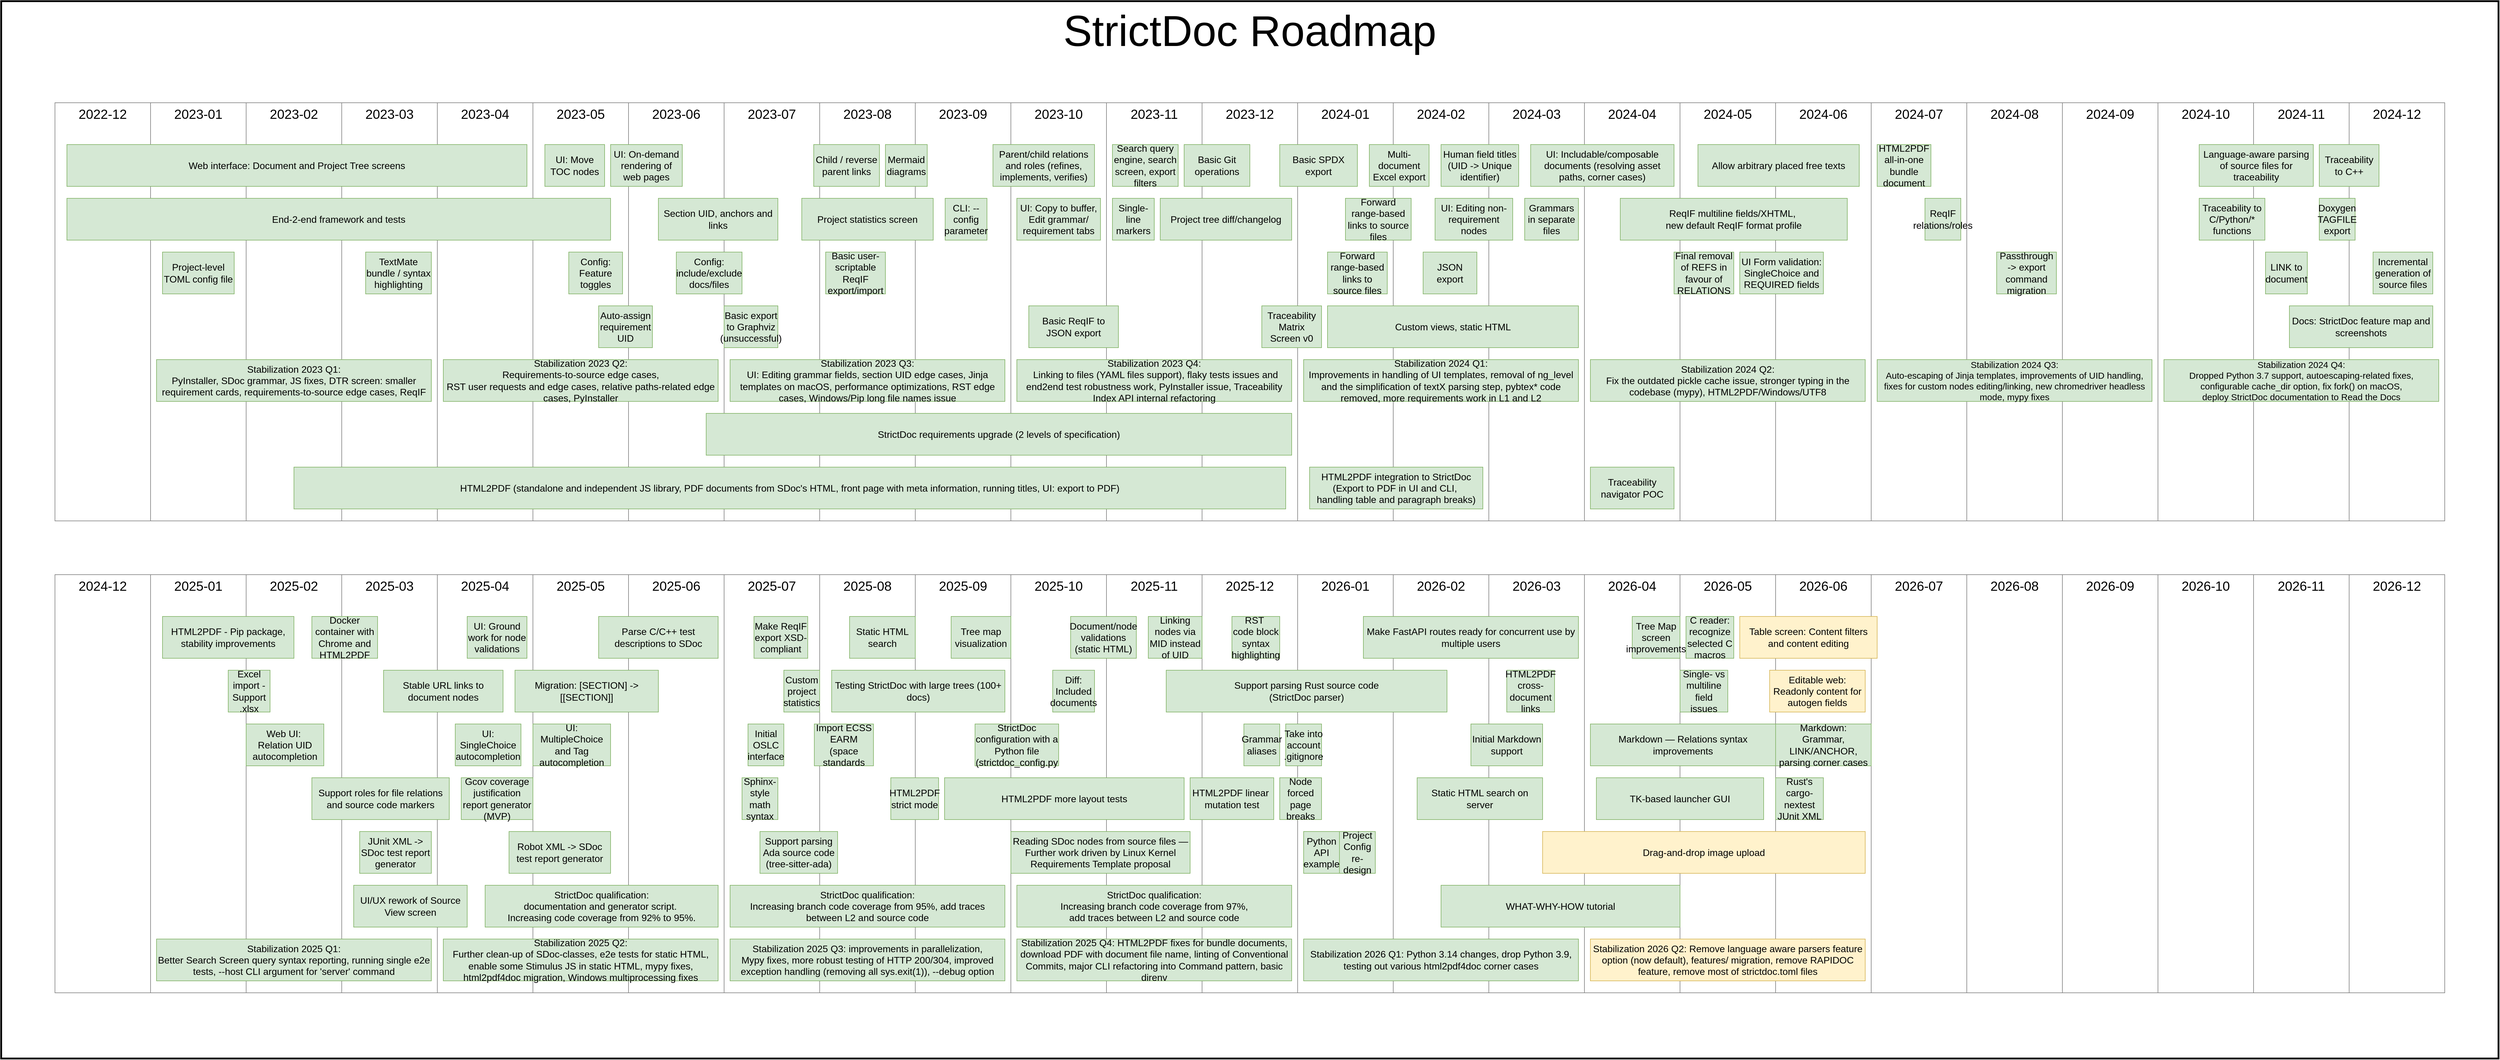
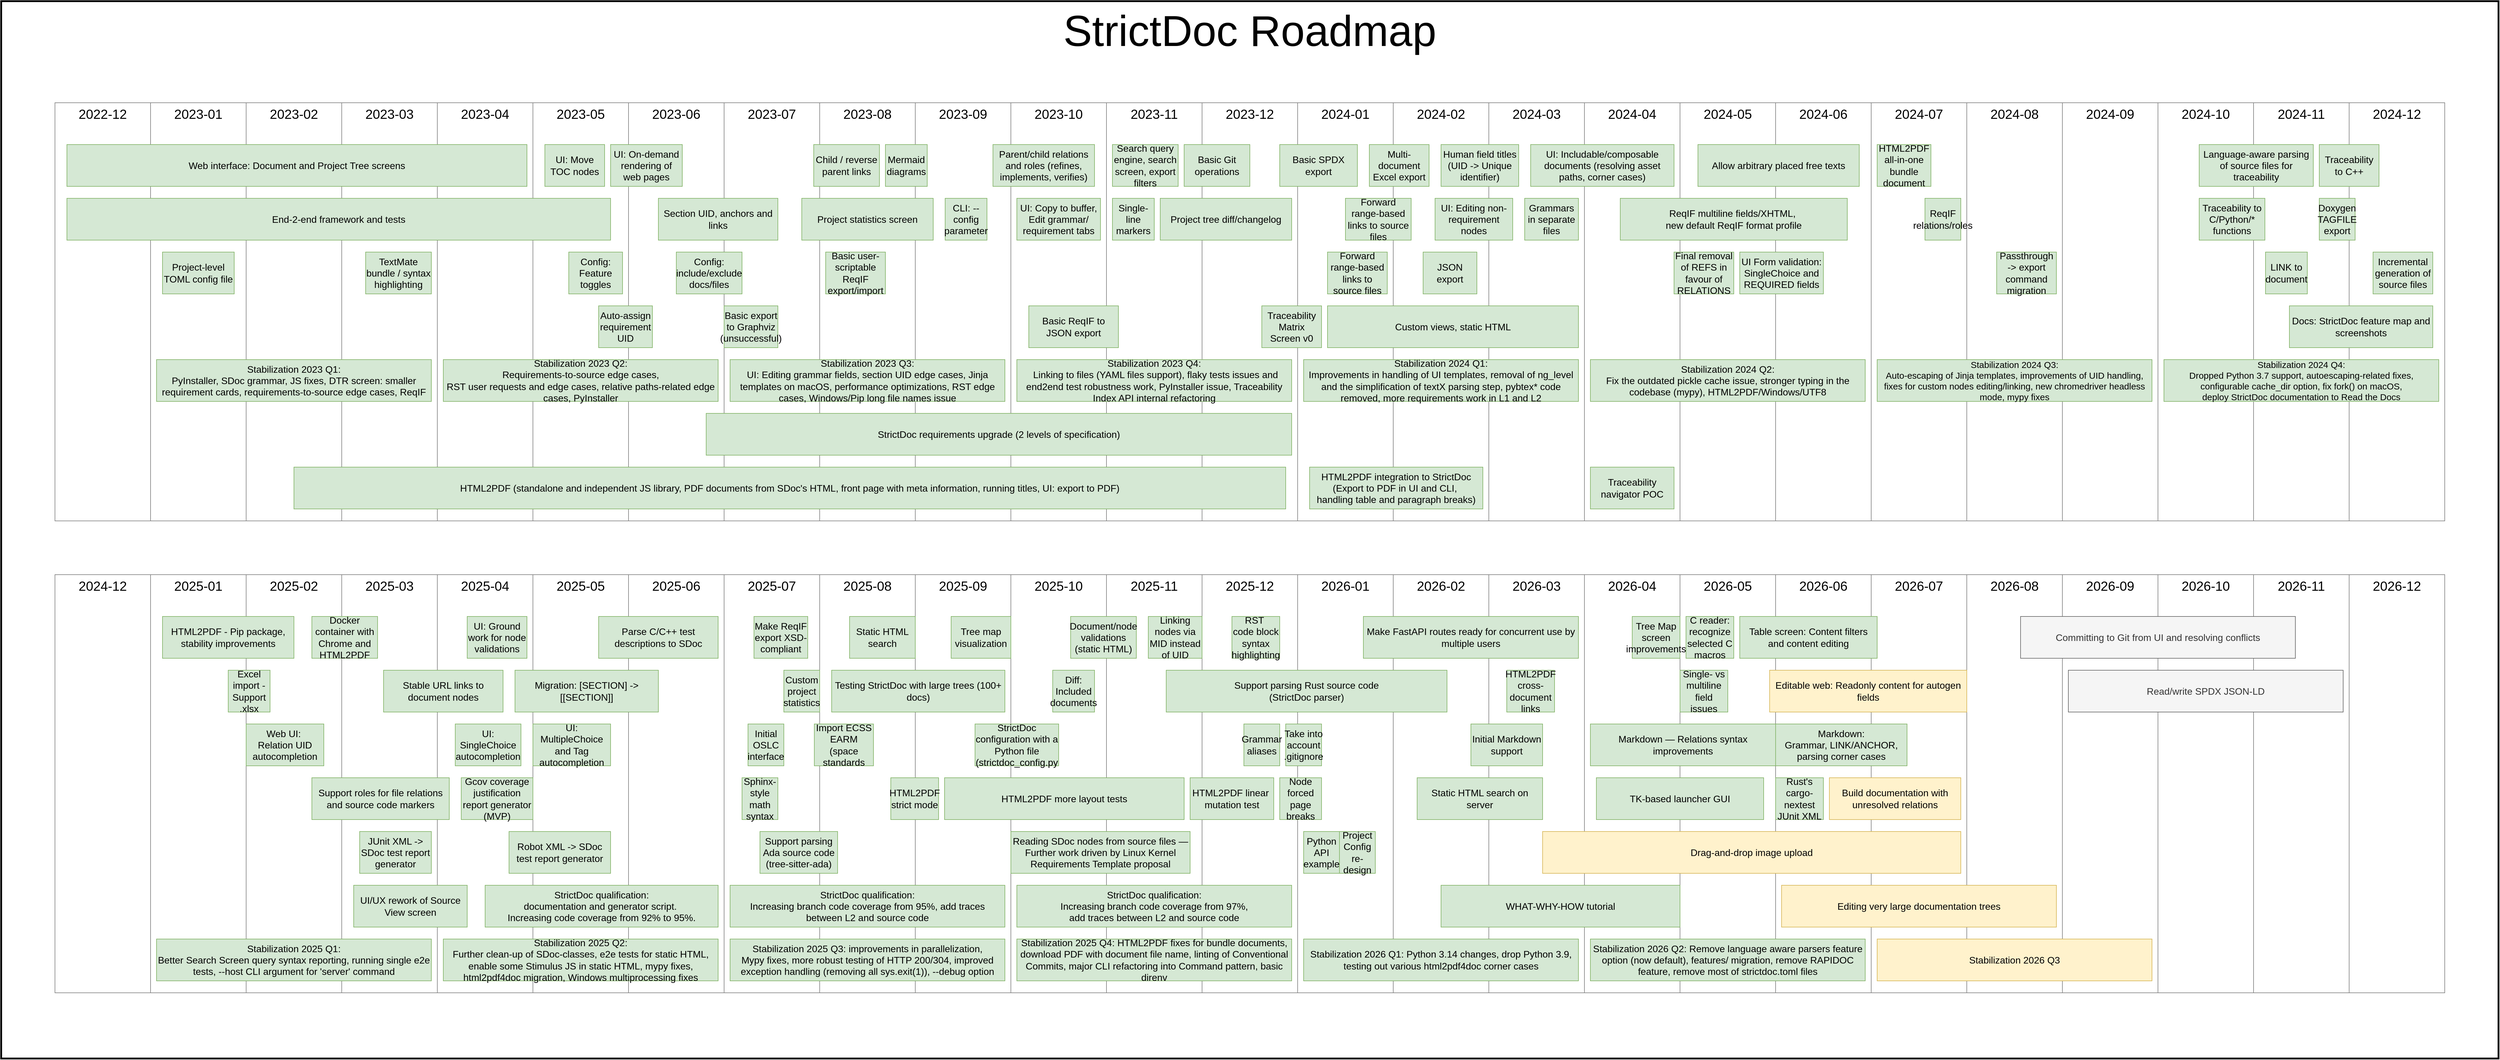
<mxfile host="Electron" agent="Mozilla/5.0 (X11; Linux x86_64) AppleWebKit/537.36 (KHTML, like Gecko) draw.io/28.2.5 Chrome/138.0.7204.251 Electron/37.6.1 Safari/537.36" version="28.2.5">
  <diagram name="Roadmap" id="QL4QDE5GQBR7DcBM7GMb">
    <mxGraphModel dx="4152" dy="4424" grid="1" gridSize="10" guides="1" tooltips="1" connect="1" arrows="1" fold="1" page="1" pageScale="1" pageWidth="2339" pageHeight="3300" math="0" shadow="0">
      <root>
        <mxCell id="0" />
        <object label="Background" id="e4xbaoC47YMUbLc9hft--7">
          <mxCell style="" parent="0" />
        </object>
        <mxCell id="e4xbaoC47YMUbLc9hft--8" value="StrictDoc Roadmap" style="rounded=0;whiteSpace=wrap;html=1;verticalAlign=top;fontSize=72;strokeWidth=3;" parent="e4xbaoC47YMUbLc9hft--7" vertex="1">
          <mxGeometry x="-1450" y="-130" width="4180" height="1770" as="geometry" />
        </mxCell>
        <object label="Months" id="1">
          <mxCell style="locked=1;" parent="0" />
        </object>
        <mxCell id="5Hoejhb2v4ojji3GJ6aL-1" value="2023-09" style="rounded=0;whiteSpace=wrap;fontSize=22;verticalAlign=top;strokeColor=#808080;html=1;labelBorderColor=none;labelBackgroundColor=none;" parent="1" vertex="1">
          <mxGeometry x="80" y="40" width="160" height="700" as="geometry" />
        </mxCell>
        <mxCell id="5Hoejhb2v4ojji3GJ6aL-2" value="2023-10" style="rounded=0;whiteSpace=wrap;fontSize=22;verticalAlign=top;strokeColor=#808080;html=1;labelBorderColor=none;labelBackgroundColor=none;" parent="1" vertex="1">
          <mxGeometry x="240" y="40" width="160" height="700" as="geometry" />
        </mxCell>
        <mxCell id="5Hoejhb2v4ojji3GJ6aL-3" value="2023-11" style="rounded=0;whiteSpace=wrap;fontSize=22;verticalAlign=top;strokeColor=#808080;html=1;labelBorderColor=none;labelBackgroundColor=none;" parent="1" vertex="1">
          <mxGeometry x="400" y="40" width="160" height="700" as="geometry" />
        </mxCell>
        <mxCell id="5Hoejhb2v4ojji3GJ6aL-4" value="2023-12" style="rounded=0;whiteSpace=wrap;fontSize=22;verticalAlign=top;strokeColor=#808080;html=1;labelBorderColor=none;labelBackgroundColor=none;" parent="1" vertex="1">
          <mxGeometry x="560" y="40" width="160" height="700" as="geometry" />
        </mxCell>
        <mxCell id="5Hoejhb2v4ojji3GJ6aL-6" value="2023-08" style="rounded=0;whiteSpace=wrap;fontSize=22;verticalAlign=top;strokeColor=#808080;html=1;labelBorderColor=none;labelBackgroundColor=none;" parent="1" vertex="1">
          <mxGeometry x="-80" y="40" width="160" height="700" as="geometry" />
        </mxCell>
        <mxCell id="5Hoejhb2v4ojji3GJ6aL-7" value="2023-07" style="rounded=0;whiteSpace=wrap;fontSize=22;verticalAlign=top;strokeColor=#808080;html=1;labelBorderColor=none;labelBackgroundColor=none;" parent="1" vertex="1">
          <mxGeometry x="-240" y="40" width="160" height="700" as="geometry" />
        </mxCell>
        <mxCell id="5Hoejhb2v4ojji3GJ6aL-8" value="2023-06" style="rounded=0;whiteSpace=wrap;fontSize=22;verticalAlign=top;strokeColor=#808080;html=1;labelBorderColor=none;labelBackgroundColor=none;" parent="1" vertex="1">
          <mxGeometry x="-400" y="40" width="160" height="700" as="geometry" />
        </mxCell>
        <mxCell id="5Hoejhb2v4ojji3GJ6aL-9" value="2023-05" style="rounded=0;whiteSpace=wrap;fontSize=22;verticalAlign=top;strokeColor=#808080;html=1;labelBorderColor=none;labelBackgroundColor=none;" parent="1" vertex="1">
          <mxGeometry x="-560" y="40" width="160" height="700" as="geometry" />
        </mxCell>
        <mxCell id="5Hoejhb2v4ojji3GJ6aL-10" value="2023-04" style="rounded=0;whiteSpace=wrap;fontSize=22;verticalAlign=top;strokeColor=#808080;html=1;labelBorderColor=none;labelBackgroundColor=none;" parent="1" vertex="1">
          <mxGeometry x="-720" y="40" width="160" height="700" as="geometry" />
        </mxCell>
        <mxCell id="5Hoejhb2v4ojji3GJ6aL-11" value="2023-03" style="rounded=0;whiteSpace=wrap;fontSize=22;verticalAlign=top;strokeColor=#808080;html=1;labelBorderColor=none;labelBackgroundColor=none;" parent="1" vertex="1">
          <mxGeometry x="-880" y="40" width="160" height="700" as="geometry" />
        </mxCell>
        <mxCell id="5Hoejhb2v4ojji3GJ6aL-12" value="2023-02" style="rounded=0;whiteSpace=wrap;fontSize=22;verticalAlign=top;strokeColor=#808080;html=1;labelBorderColor=none;labelBackgroundColor=none;" parent="1" vertex="1">
          <mxGeometry x="-1040" y="40" width="160" height="700" as="geometry" />
        </mxCell>
        <mxCell id="5Hoejhb2v4ojji3GJ6aL-13" value="2023-01" style="rounded=0;whiteSpace=wrap;fontSize=22;verticalAlign=top;strokeColor=#808080;html=1;labelBorderColor=none;labelBackgroundColor=none;" parent="1" vertex="1">
          <mxGeometry x="-1200" y="40" width="160" height="700" as="geometry" />
        </mxCell>
        <mxCell id="5Hoejhb2v4ojji3GJ6aL-25" value="2024-01" style="rounded=0;whiteSpace=wrap;fontSize=22;verticalAlign=top;strokeColor=#808080;html=1;labelBorderColor=none;labelBackgroundColor=none;" parent="1" vertex="1">
          <mxGeometry x="720" y="40" width="160" height="700" as="geometry" />
        </mxCell>
        <mxCell id="5Hoejhb2v4ojji3GJ6aL-26" value="2024-02" style="rounded=0;whiteSpace=wrap;fontSize=22;verticalAlign=top;strokeColor=#808080;html=1;labelBorderColor=none;labelBackgroundColor=none;" parent="1" vertex="1">
          <mxGeometry x="880" y="40" width="160" height="700" as="geometry" />
        </mxCell>
        <mxCell id="5Hoejhb2v4ojji3GJ6aL-27" value="2024-03" style="rounded=0;whiteSpace=wrap;fontSize=22;verticalAlign=top;strokeColor=#808080;html=1;labelBorderColor=none;labelBackgroundColor=none;" parent="1" vertex="1">
          <mxGeometry x="1040" y="40" width="160" height="700" as="geometry" />
        </mxCell>
        <mxCell id="5Hoejhb2v4ojji3GJ6aL-30" value="2024-04" style="rounded=0;whiteSpace=wrap;fontSize=22;verticalAlign=top;strokeColor=#808080;html=1;labelBorderColor=none;labelBackgroundColor=none;" parent="1" vertex="1">
          <mxGeometry x="1200" y="40" width="160" height="700" as="geometry" />
        </mxCell>
        <mxCell id="5Hoejhb2v4ojji3GJ6aL-31" value="2024-05" style="rounded=0;whiteSpace=wrap;fontSize=22;verticalAlign=top;strokeColor=#808080;html=1;labelBorderColor=none;labelBackgroundColor=none;" parent="1" vertex="1">
          <mxGeometry x="1360" y="40" width="160" height="700" as="geometry" />
        </mxCell>
        <mxCell id="5Hoejhb2v4ojji3GJ6aL-32" value="2024-06" style="rounded=0;whiteSpace=wrap;fontSize=22;verticalAlign=top;strokeColor=#808080;html=1;labelBorderColor=none;labelBackgroundColor=none;" parent="1" vertex="1">
          <mxGeometry x="1520" y="40" width="160" height="700" as="geometry" />
        </mxCell>
        <mxCell id="5Hoejhb2v4ojji3GJ6aL-33" value="2024-07" style="rounded=0;whiteSpace=wrap;fontSize=22;verticalAlign=top;strokeColor=#808080;html=1;labelBorderColor=none;labelBackgroundColor=none;" parent="1" vertex="1">
          <mxGeometry x="1680" y="40" width="160" height="700" as="geometry" />
        </mxCell>
        <mxCell id="5Hoejhb2v4ojji3GJ6aL-34" value="2024-08" style="rounded=0;whiteSpace=wrap;fontSize=22;verticalAlign=top;strokeColor=#808080;html=1;labelBorderColor=none;labelBackgroundColor=none;" parent="1" vertex="1">
          <mxGeometry x="1840" y="40" width="160" height="700" as="geometry" />
        </mxCell>
        <mxCell id="5Hoejhb2v4ojji3GJ6aL-35" value="2024-09" style="rounded=0;whiteSpace=wrap;fontSize=22;verticalAlign=top;strokeColor=#808080;html=1;labelBorderColor=none;labelBackgroundColor=none;" parent="1" vertex="1">
          <mxGeometry x="2000" y="40" width="160" height="700" as="geometry" />
        </mxCell>
        <mxCell id="5Hoejhb2v4ojji3GJ6aL-36" value="2024-10" style="rounded=0;whiteSpace=wrap;fontSize=22;verticalAlign=top;strokeColor=#808080;html=1;labelBorderColor=none;labelBackgroundColor=none;" parent="1" vertex="1">
          <mxGeometry x="2160" y="40" width="160" height="700" as="geometry" />
        </mxCell>
        <mxCell id="5Hoejhb2v4ojji3GJ6aL-37" value="2024-11" style="rounded=0;whiteSpace=wrap;fontSize=22;verticalAlign=top;strokeColor=#808080;html=1;labelBorderColor=none;labelBackgroundColor=none;" parent="1" vertex="1">
          <mxGeometry x="2320" y="40" width="160" height="700" as="geometry" />
        </mxCell>
        <mxCell id="5Hoejhb2v4ojji3GJ6aL-38" value="2024-12" style="rounded=0;whiteSpace=wrap;fontSize=22;verticalAlign=top;strokeColor=#808080;html=1;labelBorderColor=none;labelBackgroundColor=none;" parent="1" vertex="1">
          <mxGeometry x="2480" y="40" width="160" height="700" as="geometry" />
        </mxCell>
        <mxCell id="5Hoejhb2v4ojji3GJ6aL-47" value="2022-12" style="rounded=0;whiteSpace=wrap;fontSize=22;verticalAlign=top;strokeColor=#808080;html=1;labelBorderColor=none;labelBackgroundColor=none;" parent="1" vertex="1">
          <mxGeometry x="-1360" y="40" width="160" height="700" as="geometry" />
        </mxCell>
        <mxCell id="vFR2ddkQemEW3wiGzv8y-28" value="2025-09" style="rounded=0;whiteSpace=wrap;fontSize=22;verticalAlign=top;strokeColor=#808080;html=1;labelBorderColor=none;labelBackgroundColor=none;" parent="1" vertex="1">
          <mxGeometry x="80" y="830" width="160" height="700" as="geometry" />
        </mxCell>
        <mxCell id="vFR2ddkQemEW3wiGzv8y-29" value="2025-10" style="rounded=0;whiteSpace=wrap;fontSize=22;verticalAlign=top;strokeColor=#808080;html=1;labelBorderColor=none;labelBackgroundColor=none;" parent="1" vertex="1">
          <mxGeometry x="240" y="830" width="160" height="700" as="geometry" />
        </mxCell>
        <mxCell id="vFR2ddkQemEW3wiGzv8y-30" value="2025-11" style="rounded=0;whiteSpace=wrap;fontSize=22;verticalAlign=top;strokeColor=#808080;html=1;labelBorderColor=none;labelBackgroundColor=none;" parent="1" vertex="1">
          <mxGeometry x="400" y="830" width="160" height="700" as="geometry" />
        </mxCell>
        <mxCell id="vFR2ddkQemEW3wiGzv8y-31" value="2025-12" style="rounded=0;whiteSpace=wrap;fontSize=22;verticalAlign=top;strokeColor=#808080;html=1;labelBorderColor=none;labelBackgroundColor=none;" parent="1" vertex="1">
          <mxGeometry x="560" y="830" width="160" height="700" as="geometry" />
        </mxCell>
        <mxCell id="vFR2ddkQemEW3wiGzv8y-32" value="2025-08" style="rounded=0;whiteSpace=wrap;fontSize=22;verticalAlign=top;strokeColor=#808080;html=1;labelBorderColor=none;labelBackgroundColor=none;" parent="1" vertex="1">
          <mxGeometry x="-80" y="830" width="160" height="700" as="geometry" />
        </mxCell>
        <mxCell id="vFR2ddkQemEW3wiGzv8y-33" value="2025-07" style="rounded=0;whiteSpace=wrap;fontSize=22;verticalAlign=top;strokeColor=#808080;html=1;labelBorderColor=none;labelBackgroundColor=none;" parent="1" vertex="1">
          <mxGeometry x="-240" y="830" width="160" height="700" as="geometry" />
        </mxCell>
        <mxCell id="vFR2ddkQemEW3wiGzv8y-34" value="2025-06" style="rounded=0;whiteSpace=wrap;fontSize=22;verticalAlign=top;strokeColor=#808080;html=1;labelBorderColor=none;labelBackgroundColor=none;" parent="1" vertex="1">
          <mxGeometry x="-400" y="830" width="160" height="700" as="geometry" />
        </mxCell>
        <mxCell id="vFR2ddkQemEW3wiGzv8y-35" value="2025-05" style="rounded=0;whiteSpace=wrap;fontSize=22;verticalAlign=top;strokeColor=#808080;html=1;labelBorderColor=none;labelBackgroundColor=none;" parent="1" vertex="1">
          <mxGeometry x="-560" y="830" width="160" height="700" as="geometry" />
        </mxCell>
        <mxCell id="vFR2ddkQemEW3wiGzv8y-36" value="2025-04" style="rounded=0;whiteSpace=wrap;fontSize=22;verticalAlign=top;strokeColor=#808080;html=1;labelBorderColor=none;labelBackgroundColor=none;" parent="1" vertex="1">
          <mxGeometry x="-720" y="830" width="160" height="700" as="geometry" />
        </mxCell>
        <mxCell id="vFR2ddkQemEW3wiGzv8y-37" value="2025-03" style="rounded=0;whiteSpace=wrap;fontSize=22;verticalAlign=top;strokeColor=#808080;html=1;labelBorderColor=none;labelBackgroundColor=none;" parent="1" vertex="1">
          <mxGeometry x="-880" y="830" width="160" height="700" as="geometry" />
        </mxCell>
        <mxCell id="vFR2ddkQemEW3wiGzv8y-38" value="2025-02" style="rounded=0;whiteSpace=wrap;fontSize=22;verticalAlign=top;strokeColor=#808080;html=1;labelBorderColor=none;labelBackgroundColor=none;" parent="1" vertex="1">
          <mxGeometry x="-1040" y="830" width="160" height="700" as="geometry" />
        </mxCell>
        <mxCell id="vFR2ddkQemEW3wiGzv8y-39" value="2025-01" style="rounded=0;whiteSpace=wrap;fontSize=22;verticalAlign=top;strokeColor=#808080;html=1;labelBorderColor=none;labelBackgroundColor=none;" parent="1" vertex="1">
          <mxGeometry x="-1200" y="830" width="160" height="700" as="geometry" />
        </mxCell>
        <mxCell id="vFR2ddkQemEW3wiGzv8y-40" value="2026-01" style="rounded=0;whiteSpace=wrap;fontSize=22;verticalAlign=top;strokeColor=#808080;html=1;labelBorderColor=none;labelBackgroundColor=none;" parent="1" vertex="1">
          <mxGeometry x="720" y="830" width="160" height="700" as="geometry" />
        </mxCell>
        <mxCell id="vFR2ddkQemEW3wiGzv8y-41" value="2026-02" style="rounded=0;whiteSpace=wrap;fontSize=22;verticalAlign=top;strokeColor=#808080;html=1;labelBorderColor=none;labelBackgroundColor=none;" parent="1" vertex="1">
          <mxGeometry x="880" y="830" width="160" height="700" as="geometry" />
        </mxCell>
        <mxCell id="vFR2ddkQemEW3wiGzv8y-42" value="2026-03" style="rounded=0;whiteSpace=wrap;fontSize=22;verticalAlign=top;strokeColor=#808080;html=1;labelBorderColor=none;labelBackgroundColor=none;" parent="1" vertex="1">
          <mxGeometry x="1040" y="830" width="160" height="700" as="geometry" />
        </mxCell>
        <mxCell id="vFR2ddkQemEW3wiGzv8y-43" value="2026-04" style="rounded=0;whiteSpace=wrap;fontSize=22;verticalAlign=top;strokeColor=#808080;html=1;labelBorderColor=none;labelBackgroundColor=none;" parent="1" vertex="1">
          <mxGeometry x="1200" y="830" width="160" height="700" as="geometry" />
        </mxCell>
        <mxCell id="vFR2ddkQemEW3wiGzv8y-44" value="2026-05" style="rounded=0;whiteSpace=wrap;fontSize=22;verticalAlign=top;strokeColor=#808080;html=1;labelBorderColor=none;labelBackgroundColor=none;" parent="1" vertex="1">
          <mxGeometry x="1360" y="830" width="160" height="700" as="geometry" />
        </mxCell>
        <mxCell id="vFR2ddkQemEW3wiGzv8y-45" value="2026-06" style="rounded=0;whiteSpace=wrap;fontSize=22;verticalAlign=top;strokeColor=#808080;html=1;labelBorderColor=none;labelBackgroundColor=none;" parent="1" vertex="1">
          <mxGeometry x="1520" y="830" width="160" height="700" as="geometry" />
        </mxCell>
        <mxCell id="vFR2ddkQemEW3wiGzv8y-46" value="2026-07" style="rounded=0;whiteSpace=wrap;fontSize=22;verticalAlign=top;strokeColor=#808080;html=1;labelBorderColor=none;labelBackgroundColor=none;" parent="1" vertex="1">
          <mxGeometry x="1680" y="830" width="160" height="700" as="geometry" />
        </mxCell>
        <mxCell id="vFR2ddkQemEW3wiGzv8y-47" value="2026-08" style="rounded=0;whiteSpace=wrap;fontSize=22;verticalAlign=top;strokeColor=#808080;html=1;labelBorderColor=none;labelBackgroundColor=none;" parent="1" vertex="1">
          <mxGeometry x="1840" y="830" width="160" height="700" as="geometry" />
        </mxCell>
        <mxCell id="vFR2ddkQemEW3wiGzv8y-48" value="2026-09" style="rounded=0;whiteSpace=wrap;fontSize=22;verticalAlign=top;strokeColor=#808080;html=1;labelBorderColor=none;labelBackgroundColor=none;" parent="1" vertex="1">
          <mxGeometry x="2000" y="830" width="160" height="700" as="geometry" />
        </mxCell>
        <mxCell id="vFR2ddkQemEW3wiGzv8y-49" value="2026-10" style="rounded=0;whiteSpace=wrap;fontSize=22;verticalAlign=top;strokeColor=#808080;html=1;labelBorderColor=none;labelBackgroundColor=none;" parent="1" vertex="1">
          <mxGeometry x="2160" y="830" width="160" height="700" as="geometry" />
        </mxCell>
        <mxCell id="vFR2ddkQemEW3wiGzv8y-50" value="2026-11" style="rounded=0;whiteSpace=wrap;fontSize=22;verticalAlign=top;strokeColor=#808080;html=1;labelBorderColor=none;labelBackgroundColor=none;" parent="1" vertex="1">
          <mxGeometry x="2320" y="830" width="160" height="700" as="geometry" />
        </mxCell>
        <mxCell id="vFR2ddkQemEW3wiGzv8y-51" value="2026-12" style="rounded=0;whiteSpace=wrap;fontSize=22;verticalAlign=top;strokeColor=#808080;html=1;labelBorderColor=none;labelBackgroundColor=none;" parent="1" vertex="1">
          <mxGeometry x="2480" y="830" width="160" height="700" as="geometry" />
        </mxCell>
        <mxCell id="vFR2ddkQemEW3wiGzv8y-52" value="2024-12" style="rounded=0;whiteSpace=wrap;fontSize=22;verticalAlign=top;strokeColor=#808080;html=1;labelBorderColor=none;labelBackgroundColor=none;" parent="1" vertex="1">
          <mxGeometry x="-1360" y="830" width="160" height="700" as="geometry" />
        </mxCell>
        <object label="Clusters" id="5Hoejhb2v4ojji3GJ6aL-50">
          <mxCell style="locked=1;" parent="0" />
        </object>
        <object label="Figures" id="5Hoejhb2v4ojji3GJ6aL-5">
          <mxCell style="" parent="0" />
        </object>
        <mxCell id="5Hoejhb2v4ojji3GJ6aL-21" value="Child / reverse parent links" style="text;html=1;strokeColor=#82b366;fillColor=#d5e8d4;align=center;verticalAlign=middle;whiteSpace=wrap;rounded=0;fontStyle=0;fontSize=16;" parent="5Hoejhb2v4ojji3GJ6aL-5" vertex="1">
          <mxGeometry x="-90" y="110" width="110" height="70" as="geometry" />
        </mxCell>
        <mxCell id="5Hoejhb2v4ojji3GJ6aL-39" value="Section UID, anchors and links" style="text;html=1;strokeColor=#82b366;fillColor=#d5e8d4;align=center;verticalAlign=middle;whiteSpace=wrap;rounded=0;fontStyle=0;fontSize=16;" parent="5Hoejhb2v4ojji3GJ6aL-5" vertex="1">
          <mxGeometry x="-350" y="200" width="200" height="70" as="geometry" />
        </mxCell>
        <mxCell id="5Hoejhb2v4ojji3GJ6aL-40" value="Auto-assign requirement UID" style="text;html=1;strokeColor=#82b366;fillColor=#d5e8d4;align=center;verticalAlign=middle;whiteSpace=wrap;rounded=0;fontStyle=0;fontSize=16;" parent="5Hoejhb2v4ojji3GJ6aL-5" vertex="1">
          <mxGeometry x="-450" y="380" width="90" height="70" as="geometry" />
        </mxCell>
        <mxCell id="5Hoejhb2v4ojji3GJ6aL-42" value="TextMate bundle / syntax highlighting" style="text;html=1;strokeColor=#82b366;fillColor=#d5e8d4;align=center;verticalAlign=middle;whiteSpace=wrap;rounded=0;fontStyle=0;fontSize=16;" parent="5Hoejhb2v4ojji3GJ6aL-5" vertex="1">
          <mxGeometry x="-840" y="290" width="110" height="70" as="geometry" />
        </mxCell>
        <mxCell id="5Hoejhb2v4ojji3GJ6aL-14" value="Project statistics screen" style="text;html=1;strokeColor=#82b366;fillColor=#d5e8d4;align=center;verticalAlign=middle;whiteSpace=wrap;rounded=0;fontStyle=0;fontSize=16;" parent="5Hoejhb2v4ojji3GJ6aL-5" vertex="1">
          <mxGeometry x="-110" y="200" width="220" height="70" as="geometry" />
        </mxCell>
        <mxCell id="5Hoejhb2v4ojji3GJ6aL-15" value="HTML2PDF (standalone and independent JS library, PDF documents from SDoc&#39;s HTML, front page with meta information, running titles, UI: export to PDF)" style="text;html=1;strokeColor=#82b366;fillColor=#d5e8d4;align=center;verticalAlign=middle;whiteSpace=wrap;rounded=0;fontStyle=0;fontSize=16;" parent="5Hoejhb2v4ojji3GJ6aL-5" vertex="1">
          <mxGeometry x="-960" y="650" width="1660" height="70" as="geometry" />
        </mxCell>
        <mxCell id="5Hoejhb2v4ojji3GJ6aL-17" value="&lt;font color=&quot;#000000&quot;&gt;Traceability&lt;/font&gt;&lt;font color=&quot;#000000&quot;&gt; Matrix Screen v0&lt;br&gt;&lt;/font&gt;" style="text;html=1;strokeColor=#82b366;fillColor=#d5e8d4;align=center;verticalAlign=middle;whiteSpace=wrap;rounded=0;fontStyle=0;fontSize=16;" parent="5Hoejhb2v4ojji3GJ6aL-5" vertex="1">
          <mxGeometry x="660" y="380" width="100" height="70" as="geometry" />
        </mxCell>
        <mxCell id="5Hoejhb2v4ojji3GJ6aL-19" value="Basic user-scriptable ReqIF export/import" style="text;html=1;strokeColor=#82b366;fillColor=#d5e8d4;align=center;verticalAlign=middle;whiteSpace=wrap;rounded=0;fontStyle=0;fontSize=16;" parent="5Hoejhb2v4ojji3GJ6aL-5" vertex="1">
          <mxGeometry x="-70" y="290" width="100" height="70" as="geometry" />
        </mxCell>
        <mxCell id="5Hoejhb2v4ojji3GJ6aL-23" value="CLI: --config parameter" style="text;html=1;strokeColor=#82b366;fillColor=#d5e8d4;align=center;verticalAlign=middle;whiteSpace=wrap;rounded=0;fontStyle=0;fontSize=16;" parent="5Hoejhb2v4ojji3GJ6aL-5" vertex="1">
          <mxGeometry x="130" y="200" width="70" height="70" as="geometry" />
        </mxCell>
        <mxCell id="5Hoejhb2v4ojji3GJ6aL-43" value="StrictDoc requirements upgrade (2 levels of specification)" style="text;html=1;strokeColor=#82b366;fillColor=#d5e8d4;align=center;verticalAlign=middle;whiteSpace=wrap;rounded=0;fontStyle=0;fontSize=16;" parent="5Hoejhb2v4ojji3GJ6aL-5" vertex="1">
          <mxGeometry x="-270" y="560" width="980" height="70" as="geometry" />
        </mxCell>
        <mxCell id="5Hoejhb2v4ojji3GJ6aL-45" value="&lt;font color=&quot;#000000&quot;&gt;Basic SPDX export&lt;br&gt;&lt;/font&gt;" style="text;html=1;strokeColor=#82b366;fillColor=#d5e8d4;align=center;verticalAlign=middle;whiteSpace=wrap;rounded=0;fontStyle=0;fontSize=16;" parent="5Hoejhb2v4ojji3GJ6aL-5" vertex="1">
          <mxGeometry x="690" y="110" width="130" height="70" as="geometry" />
        </mxCell>
        <mxCell id="5Hoejhb2v4ojji3GJ6aL-48" value="Web interface: Document and Project Tree screens" style="text;html=1;strokeColor=#82b366;fillColor=#d5e8d4;align=center;verticalAlign=middle;whiteSpace=wrap;rounded=0;fontStyle=0;fontSize=16;" parent="5Hoejhb2v4ojji3GJ6aL-5" vertex="1">
          <mxGeometry x="-1340" y="110" width="770" height="70" as="geometry" />
        </mxCell>
        <mxCell id="5Hoejhb2v4ojji3GJ6aL-51" value="End-2-end framework and tests" style="text;html=1;strokeColor=#82b366;fillColor=#d5e8d4;align=center;verticalAlign=middle;whiteSpace=wrap;rounded=0;fontStyle=0;fontSize=16;" parent="5Hoejhb2v4ojji3GJ6aL-5" vertex="1">
          <mxGeometry x="-1340" y="200" width="910" height="70" as="geometry" />
        </mxCell>
        <mxCell id="5Hoejhb2v4ojji3GJ6aL-52" value="&lt;div&gt;UI: On-demand rendering of web pages&lt;/div&gt;" style="text;html=1;strokeColor=#82b366;fillColor=#d5e8d4;align=center;verticalAlign=middle;whiteSpace=wrap;rounded=0;fontStyle=0;fontSize=16;" parent="5Hoejhb2v4ojji3GJ6aL-5" vertex="1">
          <mxGeometry x="-430" y="110" width="120" height="70" as="geometry" />
        </mxCell>
        <mxCell id="5Hoejhb2v4ojji3GJ6aL-53" value="UI: Move TOC nodes" style="text;html=1;strokeColor=#82b366;fillColor=#d5e8d4;align=center;verticalAlign=middle;whiteSpace=wrap;rounded=0;fontStyle=0;fontSize=16;" parent="5Hoejhb2v4ojji3GJ6aL-5" vertex="1">
          <mxGeometry x="-540" y="110" width="100" height="70" as="geometry" />
        </mxCell>
        <mxCell id="5Hoejhb2v4ojji3GJ6aL-54" value="Project-level TOML config file" style="text;html=1;strokeColor=#82b366;fillColor=#d5e8d4;align=center;verticalAlign=middle;whiteSpace=wrap;rounded=0;fontStyle=0;fontSize=16;" parent="5Hoejhb2v4ojji3GJ6aL-5" vertex="1">
          <mxGeometry x="-1180" y="290" width="120" height="70" as="geometry" />
        </mxCell>
        <mxCell id="e4xbaoC47YMUbLc9hft--1" value="Config: Feature toggles" style="text;html=1;strokeColor=#82b366;fillColor=#d5e8d4;align=center;verticalAlign=middle;whiteSpace=wrap;rounded=0;fontStyle=0;fontSize=16;" parent="5Hoejhb2v4ojji3GJ6aL-5" vertex="1">
          <mxGeometry x="-500" y="290" width="90" height="70" as="geometry" />
        </mxCell>
        <mxCell id="e4xbaoC47YMUbLc9hft--2" value="&lt;div&gt;Stabilization 2023 Q1:&lt;br&gt;&lt;/div&gt;&lt;div&gt;PyInstaller, SDoc grammar, JS fixes, DTR screen: smaller requirement cards, requirements-to-source edge cases, ReqIF&lt;/div&gt;" style="text;html=1;strokeColor=#82b366;fillColor=#d5e8d4;align=center;verticalAlign=middle;whiteSpace=wrap;rounded=0;fontStyle=0;fontSize=16;" parent="5Hoejhb2v4ojji3GJ6aL-5" vertex="1">
          <mxGeometry x="-1190" y="470" width="460" height="70" as="geometry" />
        </mxCell>
        <mxCell id="e4xbaoC47YMUbLc9hft--3" value="&lt;div&gt;Stabilization 2023 Q2:&lt;br&gt;&lt;/div&gt;&lt;div&gt;Requirements-to-source edge cases, &lt;br&gt;&lt;/div&gt;RST user requests and edge cases, relative paths-related edge cases, PyInstaller" style="text;html=1;strokeColor=#82b366;fillColor=#d5e8d4;align=center;verticalAlign=middle;whiteSpace=wrap;rounded=0;fontStyle=0;fontSize=16;" parent="5Hoejhb2v4ojji3GJ6aL-5" vertex="1">
          <mxGeometry x="-710" y="470" width="460" height="70" as="geometry" />
        </mxCell>
        <mxCell id="e4xbaoC47YMUbLc9hft--4" value="Config: include/exclude docs/files" style="text;html=1;strokeColor=#82b366;fillColor=#d5e8d4;align=center;verticalAlign=middle;whiteSpace=wrap;rounded=0;fontStyle=0;fontSize=16;" parent="5Hoejhb2v4ojji3GJ6aL-5" vertex="1">
          <mxGeometry x="-320" y="290" width="110" height="70" as="geometry" />
        </mxCell>
        <mxCell id="e4xbaoC47YMUbLc9hft--5" value="&lt;div&gt;Stabilization 2023 Q3:&lt;br&gt;&lt;/div&gt;UI: Editing grammar fields, section UID edge cases, Jinja templates on macOS, performance optimizations, RST edge cases, Windows/Pip long file names issue" style="text;html=1;strokeColor=#82b366;fillColor=#d5e8d4;align=center;verticalAlign=middle;whiteSpace=wrap;rounded=0;fontStyle=0;fontSize=16;" parent="5Hoejhb2v4ojji3GJ6aL-5" vertex="1">
          <mxGeometry x="-230" y="470" width="460" height="70" as="geometry" />
        </mxCell>
        <mxCell id="e4xbaoC47YMUbLc9hft--9" value="&lt;div&gt;Mermaid&lt;/div&gt;&lt;div&gt;diagrams&lt;/div&gt;" style="text;html=1;strokeColor=#82b366;fillColor=#d5e8d4;align=center;verticalAlign=middle;whiteSpace=wrap;rounded=0;fontStyle=0;fontSize=16;" parent="5Hoejhb2v4ojji3GJ6aL-5" vertex="1">
          <mxGeometry x="30" y="110" width="70" height="70" as="geometry" />
        </mxCell>
        <mxCell id="e4xbaoC47YMUbLc9hft--18" value="&lt;div&gt;Stabilization 2023 Q4:&lt;/div&gt;&lt;div&gt;&amp;nbsp;Linking to files (YAML files support), flaky tests issues and end2end test robustness work, PyInstaller issue, Traceability Index API internal refactoring&lt;br&gt;&lt;/div&gt;" style="text;html=1;strokeColor=#82b366;fillColor=#d5e8d4;align=center;verticalAlign=middle;whiteSpace=wrap;rounded=0;fontStyle=0;fontSize=16;" parent="5Hoejhb2v4ojji3GJ6aL-5" vertex="1">
          <mxGeometry x="250" y="470" width="460" height="70" as="geometry" />
        </mxCell>
        <mxCell id="ZHUxJVqyrOpv6eid2pWU-1" value="Parent/child relations and roles (refines, implements, verifies)" style="text;html=1;strokeColor=#82b366;fillColor=#d5e8d4;align=center;verticalAlign=middle;whiteSpace=wrap;rounded=0;fontStyle=0;fontSize=16;" parent="5Hoejhb2v4ojji3GJ6aL-5" vertex="1">
          <mxGeometry x="210" y="110" width="170" height="70" as="geometry" />
        </mxCell>
        <mxCell id="ZHUxJVqyrOpv6eid2pWU-2" value="Basic ReqIF to JSON export" style="text;html=1;strokeColor=#82b366;fillColor=#d5e8d4;align=center;verticalAlign=middle;whiteSpace=wrap;rounded=0;fontStyle=0;fontSize=16;" parent="5Hoejhb2v4ojji3GJ6aL-5" vertex="1">
          <mxGeometry x="270" y="380" width="150" height="70" as="geometry" />
        </mxCell>
        <mxCell id="k8s1h_Z_zSzXEBWhGtG7-1" value="&lt;div&gt;UI: Copy to buffer, Edit grammar/&lt;/div&gt;&lt;div&gt;requirement tabs&lt;br&gt;&lt;/div&gt;" style="text;html=1;strokeColor=#82b366;fillColor=#d5e8d4;align=center;verticalAlign=middle;whiteSpace=wrap;rounded=0;fontStyle=0;fontSize=16;" parent="5Hoejhb2v4ojji3GJ6aL-5" vertex="1">
          <mxGeometry x="250" y="200" width="140" height="70" as="geometry" />
        </mxCell>
        <mxCell id="5td-1cRUoRHkrHs212uj-1" value="Search query engine, search screen, export filters" style="text;html=1;strokeColor=#82b366;fillColor=#d5e8d4;align=center;verticalAlign=middle;whiteSpace=wrap;rounded=0;fontStyle=0;fontSize=16;" parent="5Hoejhb2v4ojji3GJ6aL-5" vertex="1">
          <mxGeometry x="410" y="110" width="110" height="70" as="geometry" />
        </mxCell>
        <mxCell id="5td-1cRUoRHkrHs212uj-2" value="Single-line markers" style="text;html=1;strokeColor=#82b366;fillColor=#d5e8d4;align=center;verticalAlign=middle;whiteSpace=wrap;rounded=0;fontStyle=0;fontSize=16;" parent="5Hoejhb2v4ojji3GJ6aL-5" vertex="1">
          <mxGeometry x="410" y="200" width="70" height="70" as="geometry" />
        </mxCell>
        <mxCell id="bzxhuAx1fFq9lgteCzhm-1" value="&lt;font color=&quot;#000000&quot;&gt;Project tree diff/changelog&lt;/font&gt;" style="text;html=1;strokeColor=#82b366;fillColor=#d5e8d4;align=center;verticalAlign=middle;whiteSpace=wrap;rounded=0;fontStyle=0;fontSize=16;" parent="5Hoejhb2v4ojji3GJ6aL-5" vertex="1">
          <mxGeometry x="490" y="200" width="220" height="70" as="geometry" />
        </mxCell>
        <mxCell id="xoYxP1hTg36p0s3yFHkj-1" value="Docs: StrictDoc feature map and screenshots" style="text;html=1;strokeColor=#82b366;fillColor=#d5e8d4;align=center;verticalAlign=middle;whiteSpace=wrap;rounded=0;fontStyle=0;fontSize=16;" parent="5Hoejhb2v4ojji3GJ6aL-5" vertex="1">
          <mxGeometry x="2380" y="380" width="240" height="70" as="geometry" />
        </mxCell>
        <mxCell id="xoYxP1hTg36p0s3yFHkj-2" value="&lt;font color=&quot;#000000&quot;&gt;Traceability navigator POC&lt;br&gt;&lt;/font&gt;" style="text;html=1;align=center;verticalAlign=middle;whiteSpace=wrap;rounded=0;fontStyle=0;fontSize=16;fillColor=#d5e8d4;strokeColor=#82b366;" parent="5Hoejhb2v4ojji3GJ6aL-5" vertex="1">
          <mxGeometry x="1210" y="650" width="140" height="70" as="geometry" />
        </mxCell>
        <mxCell id="xoYxP1hTg36p0s3yFHkj-6" value="&lt;font color=&quot;#000000&quot;&gt;UI: Editing non-requirement nodes&lt;/font&gt;" style="text;html=1;strokeColor=#82b366;fillColor=#d5e8d4;align=center;verticalAlign=middle;whiteSpace=wrap;rounded=0;fontStyle=0;fontSize=16;" parent="5Hoejhb2v4ojji3GJ6aL-5" vertex="1">
          <mxGeometry x="950" y="200" width="130" height="70" as="geometry" />
        </mxCell>
        <mxCell id="xoYxP1hTg36p0s3yFHkj-7" value="Basic Git operations" style="text;html=1;strokeColor=#82b366;fillColor=#d5e8d4;align=center;verticalAlign=middle;whiteSpace=wrap;rounded=0;fontStyle=0;fontSize=16;" parent="5Hoejhb2v4ojji3GJ6aL-5" vertex="1">
          <mxGeometry x="530" y="110" width="110" height="70" as="geometry" />
        </mxCell>
        <mxCell id="fWdrbh18M2HJ4tMojr6s-1" value="&lt;font color=&quot;#000000&quot;&gt;Allow arbitrary placed free texts&lt;/font&gt;" style="text;html=1;strokeColor=#82b366;fillColor=#d5e8d4;align=center;verticalAlign=middle;whiteSpace=wrap;rounded=0;fontStyle=0;fontSize=16;" parent="5Hoejhb2v4ojji3GJ6aL-5" vertex="1">
          <mxGeometry x="1390" y="110" width="270" height="70" as="geometry" />
        </mxCell>
        <mxCell id="fWdrbh18M2HJ4tMojr6s-2" value="Basic export to Graphviz (unsuccessful)" style="text;html=1;strokeColor=#82b366;fillColor=#d5e8d4;align=center;verticalAlign=middle;whiteSpace=wrap;rounded=0;fontStyle=0;fontSize=16;" parent="5Hoejhb2v4ojji3GJ6aL-5" vertex="1">
          <mxGeometry x="-240" y="380" width="90" height="70" as="geometry" />
        </mxCell>
        <mxCell id="YCubefTHywfSa6VliQcR-1" value="Forward range-based links to source files" style="text;html=1;strokeColor=#82b366;fillColor=#d5e8d4;align=center;verticalAlign=middle;whiteSpace=wrap;rounded=0;fontStyle=0;fontSize=16;" parent="5Hoejhb2v4ojji3GJ6aL-5" vertex="1">
          <mxGeometry x="770" y="290" width="100" height="70" as="geometry" />
        </mxCell>
        <mxCell id="YCubefTHywfSa6VliQcR-2" value="&lt;font color=&quot;#000000&quot;&gt;Custom views&lt;/font&gt;, static HTML" style="text;html=1;strokeColor=#82b366;fillColor=#d5e8d4;align=center;verticalAlign=middle;whiteSpace=wrap;rounded=0;fontStyle=0;fontSize=16;" parent="5Hoejhb2v4ojji3GJ6aL-5" vertex="1">
          <mxGeometry x="770" y="380" width="420" height="70" as="geometry" />
        </mxCell>
        <mxCell id="YCubefTHywfSa6VliQcR-3" value="&lt;div&gt;HTML2PDF integration to StrictDoc (Export to PDF in UI and CLI,&amp;nbsp;&lt;/div&gt;&lt;div&gt;handling table and paragraph breaks)&lt;/div&gt;" style="text;html=1;strokeColor=#82b366;fillColor=#d5e8d4;align=center;verticalAlign=middle;whiteSpace=wrap;rounded=0;fontStyle=0;fontSize=16;" parent="5Hoejhb2v4ojji3GJ6aL-5" vertex="1">
          <mxGeometry x="740" y="650" width="290" height="70" as="geometry" />
        </mxCell>
        <mxCell id="q5IPKXtHMBc3mqMKsgA0-1" value="&lt;font color=&quot;#000000&quot;&gt;Grammars in separate files&lt;br&gt;&lt;/font&gt;" style="text;html=1;strokeColor=#82b366;fillColor=#d5e8d4;align=center;verticalAlign=middle;whiteSpace=wrap;rounded=0;fontStyle=0;fontSize=16;" parent="5Hoejhb2v4ojji3GJ6aL-5" vertex="1">
          <mxGeometry x="1100" y="200" width="90" height="70" as="geometry" />
        </mxCell>
        <mxCell id="q5IPKXtHMBc3mqMKsgA0-2" value="&lt;div&gt;Human field titles&lt;/div&gt;&lt;div&gt;(UID -&amp;gt; Unique identifier)&lt;br&gt;&lt;/div&gt;" style="text;html=1;strokeColor=#82b366;fillColor=#d5e8d4;align=center;verticalAlign=middle;whiteSpace=wrap;rounded=0;fontStyle=0;fontSize=16;" parent="5Hoejhb2v4ojji3GJ6aL-5" vertex="1">
          <mxGeometry x="960" y="110" width="130" height="70" as="geometry" />
        </mxCell>
        <mxCell id="q5IPKXtHMBc3mqMKsgA0-3" value="JSON export" style="text;html=1;strokeColor=#82b366;fillColor=#d5e8d4;align=center;verticalAlign=middle;whiteSpace=wrap;rounded=0;fontStyle=0;fontSize=16;" parent="5Hoejhb2v4ojji3GJ6aL-5" vertex="1">
          <mxGeometry x="930" y="290" width="90" height="70" as="geometry" />
        </mxCell>
        <mxCell id="q5IPKXtHMBc3mqMKsgA0-4" value="Forward range-based links to source files" style="text;html=1;strokeColor=#82b366;fillColor=#d5e8d4;align=center;verticalAlign=middle;whiteSpace=wrap;rounded=0;fontStyle=0;fontSize=16;" parent="5Hoejhb2v4ojji3GJ6aL-5" vertex="1">
          <mxGeometry x="800" y="200" width="110" height="70" as="geometry" />
        </mxCell>
        <mxCell id="q5IPKXtHMBc3mqMKsgA0-5" value="&lt;div&gt;Stabilization 2024 Q1:&lt;/div&gt;&lt;div&gt;Improvements in handling of UI templates, removal of ng_level and the simplification of textX parsing step, pybtex* code removed, more requirements work in L1 and L2 &lt;/div&gt;" style="text;html=1;strokeColor=#82b366;fillColor=#d5e8d4;align=center;verticalAlign=middle;whiteSpace=wrap;rounded=0;fontStyle=0;fontSize=16;" parent="5Hoejhb2v4ojji3GJ6aL-5" vertex="1">
          <mxGeometry x="730" y="470" width="460" height="70" as="geometry" />
        </mxCell>
        <mxCell id="q5IPKXtHMBc3mqMKsgA0-6" value="Multi-document Excel export" style="text;html=1;strokeColor=#82b366;fillColor=#d5e8d4;align=center;verticalAlign=middle;whiteSpace=wrap;rounded=0;fontStyle=0;fontSize=16;" parent="5Hoejhb2v4ojji3GJ6aL-5" vertex="1">
          <mxGeometry x="840" y="110" width="100" height="70" as="geometry" />
        </mxCell>
        <mxCell id="q5IPKXtHMBc3mqMKsgA0-7" value="&lt;font color=&quot;#000000&quot;&gt;UI: Includable/composable documents&lt;/font&gt;&lt;font color=&quot;#000000&quot;&gt; (resolving asset paths, corner cases)&lt;br&gt;&lt;/font&gt;" style="text;html=1;strokeColor=#82b366;fillColor=#d5e8d4;align=center;verticalAlign=middle;whiteSpace=wrap;rounded=0;fontStyle=0;fontSize=16;" parent="5Hoejhb2v4ojji3GJ6aL-5" vertex="1">
          <mxGeometry x="1110" y="110" width="240" height="70" as="geometry" />
        </mxCell>
        <mxCell id="9dWRTfwKY_ZTF-qxbLCA-1" value="&lt;div&gt;Stabilization 2024 Q2:&lt;/div&gt;&lt;div&gt;Fix the outdated pickle cache issue, stronger typing in the codebase (mypy), HTML2PDF/Windows/UTF8&lt;/div&gt;" style="text;html=1;strokeColor=#82b366;fillColor=#d5e8d4;align=center;verticalAlign=middle;whiteSpace=wrap;rounded=0;fontStyle=0;fontSize=16;" parent="5Hoejhb2v4ojji3GJ6aL-5" vertex="1">
          <mxGeometry x="1210" y="470" width="460" height="70" as="geometry" />
        </mxCell>
        <mxCell id="5oKDhfBHpDyuIblvIitN-1" value="&lt;div&gt;ReqIF multiline fields/XHTML,&amp;nbsp;&lt;/div&gt;&lt;div&gt;new default ReqIF format profile&lt;br&gt;&lt;/div&gt;" style="text;html=1;strokeColor=#82b366;fillColor=#d5e8d4;align=center;verticalAlign=middle;whiteSpace=wrap;rounded=0;fontStyle=0;fontSize=16;" parent="5Hoejhb2v4ojji3GJ6aL-5" vertex="1">
          <mxGeometry x="1260" y="200" width="380" height="70" as="geometry" />
        </mxCell>
        <mxCell id="BHpWnK0uKLfCvxolmVS--2" value="Final removal of REFS in favour of RELATIONS" style="text;html=1;strokeColor=#82b366;fillColor=#d5e8d4;align=center;verticalAlign=middle;whiteSpace=wrap;rounded=0;fontStyle=0;fontSize=16;" parent="5Hoejhb2v4ojji3GJ6aL-5" vertex="1">
          <mxGeometry x="1350" y="290" width="100" height="70" as="geometry" />
        </mxCell>
        <mxCell id="BHpWnK0uKLfCvxolmVS--3" value="UI Form validation: SingleChoice and REQUIRED fields" style="text;html=1;strokeColor=#82b366;fillColor=#d5e8d4;align=center;verticalAlign=middle;whiteSpace=wrap;rounded=0;fontStyle=0;fontSize=16;" parent="5Hoejhb2v4ojji3GJ6aL-5" vertex="1">
          <mxGeometry x="1460" y="290" width="140" height="70" as="geometry" />
        </mxCell>
        <mxCell id="M5iQXvj3tZWS6f2_-kH6-1" value="&lt;font color=&quot;#000000&quot;&gt;HTML2PDF &lt;br&gt;all-in-one bundle &lt;br&gt;document&lt;/font&gt;&lt;br&gt;" style="text;html=1;strokeColor=#82b366;fillColor=#d5e8d4;align=center;verticalAlign=middle;whiteSpace=wrap;rounded=0;fontStyle=0;fontSize=16;" parent="5Hoejhb2v4ojji3GJ6aL-5" vertex="1">
          <mxGeometry x="1690" y="110" width="90" height="70" as="geometry" />
        </mxCell>
        <mxCell id="M5iQXvj3tZWS6f2_-kH6-2" value="&lt;div style=&quot;font-size: 15px;&quot;&gt;Stabilization 2024 Q3:&lt;/div&gt;&lt;div style=&quot;font-size: 15px;&quot;&gt;Auto-escaping of Jinja templates, improvements of UID handling, fixes for custom nodes editing/linking, new chromedriver headless mode, mypy fixes&lt;/div&gt;" style="text;html=1;strokeColor=#82b366;fillColor=#d5e8d4;align=center;verticalAlign=middle;whiteSpace=wrap;rounded=0;fontStyle=0;fontSize=15;" parent="5Hoejhb2v4ojji3GJ6aL-5" vertex="1">
          <mxGeometry x="1690" y="470" width="460" height="70" as="geometry" />
        </mxCell>
        <mxCell id="M5iQXvj3tZWS6f2_-kH6-5" value="&lt;div&gt;&lt;font color=&quot;#000000&quot;&gt;ReqIF&lt;/font&gt;&lt;/div&gt;&lt;div&gt;&lt;font color=&quot;#000000&quot;&gt;relations/roles&lt;/font&gt;&lt;br&gt;&lt;/div&gt;" style="text;html=1;strokeColor=#82b366;fillColor=#d5e8d4;align=center;verticalAlign=middle;whiteSpace=wrap;rounded=0;fontStyle=0;fontSize=16;" parent="5Hoejhb2v4ojji3GJ6aL-5" vertex="1">
          <mxGeometry x="1770" y="200" width="60" height="70" as="geometry" />
        </mxCell>
        <mxCell id="M5iQXvj3tZWS6f2_-kH6-6" value="&lt;font color=&quot;#000000&quot;&gt;Passthrough -&amp;gt; export command migration&lt;/font&gt;" style="text;html=1;strokeColor=#82b366;fillColor=#d5e8d4;align=center;verticalAlign=middle;whiteSpace=wrap;rounded=0;fontStyle=0;fontSize=16;" parent="5Hoejhb2v4ojji3GJ6aL-5" vertex="1">
          <mxGeometry x="1890" y="290" width="100" height="70" as="geometry" />
        </mxCell>
        <mxCell id="DVGK4SHqakHRgEz5WcLX-1" value="&lt;div style=&quot;font-size: 15px;&quot;&gt;Stabilization 2024 Q4:&lt;/div&gt;&lt;div style=&quot;font-size: 15px;&quot;&gt;Dropped Python 3.7 support, autoescaping-related fixes, configurable cache_dir option, fix fork() on macOS,&lt;br&gt;&lt;/div&gt;&lt;div style=&quot;font-size: 15px;&quot;&gt;deploy StrictDoc documentation to Read the Docs&lt;br&gt;&lt;/div&gt;" style="text;html=1;strokeColor=#82b366;fillColor=#d5e8d4;align=center;verticalAlign=middle;whiteSpace=wrap;rounded=0;fontStyle=0;fontSize=15;" parent="5Hoejhb2v4ojji3GJ6aL-5" vertex="1">
          <mxGeometry x="2170" y="470" width="460" height="70" as="geometry" />
        </mxCell>
        <mxCell id="DVGK4SHqakHRgEz5WcLX-2" value="Traceability to C/Python/* functions" style="text;html=1;align=center;verticalAlign=middle;whiteSpace=wrap;rounded=0;fontStyle=0;fontSize=16;fillColor=#d5e8d4;strokeColor=#82b366;" parent="5Hoejhb2v4ojji3GJ6aL-5" vertex="1">
          <mxGeometry x="2229" y="200" width="110" height="70" as="geometry" />
        </mxCell>
        <mxCell id="Q921SkYYr6UFh-46NOXI-1" value="Language-aware parsing of source files for traceability" style="text;html=1;align=center;verticalAlign=middle;whiteSpace=wrap;rounded=0;fontStyle=0;fontSize=16;fillColor=#d5e8d4;strokeColor=#82b366;" parent="5Hoejhb2v4ojji3GJ6aL-5" vertex="1">
          <mxGeometry x="2229" y="110" width="191" height="70" as="geometry" />
        </mxCell>
        <mxCell id="eXEqTkGTZLtlY54Fnls3-1" value="LINK to document" style="text;html=1;align=center;verticalAlign=middle;whiteSpace=wrap;rounded=0;fontStyle=0;fontSize=16;fillColor=#d5e8d4;strokeColor=#82b366;" parent="5Hoejhb2v4ojji3GJ6aL-5" vertex="1">
          <mxGeometry x="2340" y="290" width="70" height="70" as="geometry" />
        </mxCell>
        <mxCell id="eXEqTkGTZLtlY54Fnls3-2" value="Traceability to C++" style="text;html=1;align=center;verticalAlign=middle;whiteSpace=wrap;rounded=0;fontStyle=0;fontSize=16;fillColor=#d5e8d4;strokeColor=#82b366;" parent="5Hoejhb2v4ojji3GJ6aL-5" vertex="1">
          <mxGeometry x="2430" y="110" width="100" height="70" as="geometry" />
        </mxCell>
        <mxCell id="8H-WTupFZFOCgWsWCiur-1" value="&lt;div&gt;Doxygen TAGFILE&lt;/div&gt;&lt;div&gt;export&lt;br&gt;&lt;/div&gt;" style="text;html=1;align=center;verticalAlign=middle;whiteSpace=wrap;rounded=0;fontStyle=0;fontSize=16;fillColor=#d5e8d4;strokeColor=#82b366;" parent="5Hoejhb2v4ojji3GJ6aL-5" vertex="1">
          <mxGeometry x="2430" y="200" width="60" height="70" as="geometry" />
        </mxCell>
        <mxCell id="NXW3nEukRnEIemB_1rk6-1" value="Incremental generation of source files" style="text;html=1;align=center;verticalAlign=middle;whiteSpace=wrap;rounded=0;fontStyle=0;fontSize=16;fillColor=#d5e8d4;strokeColor=#82b366;" parent="5Hoejhb2v4ojji3GJ6aL-5" vertex="1">
          <mxGeometry x="2520" y="290" width="100" height="70" as="geometry" />
        </mxCell>
        <mxCell id="vFR2ddkQemEW3wiGzv8y-53" value="HTML2PDF - Pip package, stability improvements" style="text;html=1;strokeColor=#82b366;fillColor=#d5e8d4;align=center;verticalAlign=middle;whiteSpace=wrap;rounded=0;fontStyle=0;fontSize=16;" parent="5Hoejhb2v4ojji3GJ6aL-5" vertex="1">
          <mxGeometry x="-1180" y="900" width="220" height="70" as="geometry" />
        </mxCell>
        <mxCell id="vFR2ddkQemEW3wiGzv8y-54" value="Excel import - Support .xlsx" style="text;html=1;strokeColor=#82b366;fillColor=#d5e8d4;align=center;verticalAlign=middle;whiteSpace=wrap;rounded=0;fontStyle=0;fontSize=16;" parent="5Hoejhb2v4ojji3GJ6aL-5" vertex="1">
          <mxGeometry x="-1070" y="990" width="70" height="70" as="geometry" />
        </mxCell>
        <mxCell id="2FAFVsbkAT3x3odHAFQI-1" value="&lt;div&gt;Web UI:&amp;nbsp;&lt;/div&gt;&lt;div&gt;Relation UID autocompletion&lt;/div&gt;" style="text;html=1;strokeColor=#82b366;fillColor=#d5e8d4;align=center;verticalAlign=middle;whiteSpace=wrap;rounded=0;fontStyle=0;fontSize=16;" parent="5Hoejhb2v4ojji3GJ6aL-5" vertex="1">
          <mxGeometry x="-1040" y="1080" width="130" height="70" as="geometry" />
        </mxCell>
        <mxCell id="2FAFVsbkAT3x3odHAFQI-2" value="&lt;div&gt;Stabilization 2025 Q1:&lt;br&gt;&lt;/div&gt;&lt;div&gt;Better Search Screen query syntax reporting, running single e2e tests, --host CLI argument for &#39;server&#39; command&lt;/div&gt;" style="text;html=1;strokeColor=#82b366;fillColor=#d5e8d4;align=center;verticalAlign=middle;whiteSpace=wrap;rounded=0;fontStyle=0;fontSize=16;" parent="5Hoejhb2v4ojji3GJ6aL-5" vertex="1">
          <mxGeometry x="-1190" y="1440" width="460" height="70" as="geometry" />
        </mxCell>
        <mxCell id="jwnssjy23zgWTyzq0ZdY-1" value="Support roles for file relations and source code markers" style="text;html=1;strokeColor=#82b366;fillColor=#d5e8d4;align=center;verticalAlign=middle;whiteSpace=wrap;rounded=0;fontStyle=0;fontSize=16;" parent="5Hoejhb2v4ojji3GJ6aL-5" vertex="1">
          <mxGeometry x="-930" y="1170" width="230" height="70" as="geometry" />
        </mxCell>
        <mxCell id="jwnssjy23zgWTyzq0ZdY-2" value="Docker container with Chrome and HTML2PDF" style="text;html=1;strokeColor=#82b366;fillColor=#d5e8d4;align=center;verticalAlign=middle;whiteSpace=wrap;rounded=0;fontStyle=0;fontSize=16;" parent="5Hoejhb2v4ojji3GJ6aL-5" vertex="1">
          <mxGeometry x="-930" y="900" width="110" height="70" as="geometry" />
        </mxCell>
        <mxCell id="jwnssjy23zgWTyzq0ZdY-3" value="UI/UX rework of Source View screen" style="text;html=1;strokeColor=#82b366;fillColor=#d5e8d4;align=center;verticalAlign=middle;whiteSpace=wrap;rounded=0;fontStyle=0;fontSize=16;" parent="5Hoejhb2v4ojji3GJ6aL-5" vertex="1">
          <mxGeometry x="-860" y="1350" width="190" height="70" as="geometry" />
        </mxCell>
        <mxCell id="jwnssjy23zgWTyzq0ZdY-4" value="Document/node&lt;div&gt;validations&lt;div&gt;(static HTML)&lt;/div&gt;&lt;/div&gt;" style="text;html=1;align=center;verticalAlign=middle;whiteSpace=wrap;rounded=0;fontStyle=0;fontSize=16;fillColor=#d5e8d4;strokeColor=#82b366;" parent="5Hoejhb2v4ojji3GJ6aL-5" vertex="1">
          <mxGeometry x="340" y="900" width="110" height="70" as="geometry" />
        </mxCell>
        <mxCell id="jwnssjy23zgWTyzq0ZdY-6" value="JUnit XML -&amp;gt; SDoc test report generator" style="text;html=1;strokeColor=#82b366;fillColor=#d5e8d4;align=center;verticalAlign=middle;whiteSpace=wrap;rounded=0;fontStyle=0;fontSize=16;" parent="5Hoejhb2v4ojji3GJ6aL-5" vertex="1">
          <mxGeometry x="-850" y="1260" width="120" height="70" as="geometry" />
        </mxCell>
        <mxCell id="5O99w3PwopgMqQQ5KaQY-1" value="&lt;div&gt;Stabilization 2025 Q2:&lt;br&gt;&lt;/div&gt;&lt;div&gt;Further clean-up of SDoc-classes, e2e tests for static HTML, enable some Stimulus JS in static HTML, mypy fixes, html2pdf4doc migration, Windows multiprocessing fixes&lt;/div&gt;" style="text;html=1;strokeColor=#82b366;fillColor=#d5e8d4;align=center;verticalAlign=middle;whiteSpace=wrap;rounded=0;fontStyle=0;fontSize=16;" parent="5Hoejhb2v4ojji3GJ6aL-5" vertex="1">
          <mxGeometry x="-710" y="1440" width="460" height="70" as="geometry" />
        </mxCell>
        <mxCell id="5O99w3PwopgMqQQ5KaQY-2" value="Gcov coverage justification report generator (MVP)" style="text;html=1;strokeColor=#82b366;fillColor=#d5e8d4;align=center;verticalAlign=middle;whiteSpace=wrap;rounded=0;fontStyle=0;fontSize=16;" parent="5Hoejhb2v4ojji3GJ6aL-5" vertex="1">
          <mxGeometry x="-680" y="1170" width="120" height="70" as="geometry" />
        </mxCell>
        <mxCell id="mmp19IjbKsf9JtkNIgzo-1" value="UI: Ground work for node validations" style="text;html=1;strokeColor=#82b366;fillColor=#d5e8d4;align=center;verticalAlign=middle;whiteSpace=wrap;rounded=0;fontStyle=0;fontSize=16;" parent="5Hoejhb2v4ojji3GJ6aL-5" vertex="1">
          <mxGeometry x="-670" y="900" width="100" height="70" as="geometry" />
        </mxCell>
        <mxCell id="mmp19IjbKsf9JtkNIgzo-2" value="Stable URL links to document nodes" style="text;html=1;strokeColor=#82b366;fillColor=#d5e8d4;align=center;verticalAlign=middle;whiteSpace=wrap;rounded=0;fontStyle=0;fontSize=16;" parent="5Hoejhb2v4ojji3GJ6aL-5" vertex="1">
          <mxGeometry x="-810" y="990" width="200" height="70" as="geometry" />
        </mxCell>
        <mxCell id="mmp19IjbKsf9JtkNIgzo-4" value="&lt;div&gt;StrictDoc qualification:&lt;/div&gt;&lt;div&gt;documentation and generator script.&amp;nbsp;&lt;/div&gt;&lt;div&gt;Increasing code coverage from 92% to 95%.&lt;/div&gt;" style="text;html=1;strokeColor=#82b366;fillColor=#d5e8d4;align=center;verticalAlign=middle;whiteSpace=wrap;rounded=0;fontStyle=0;fontSize=16;" parent="5Hoejhb2v4ojji3GJ6aL-5" vertex="1">
          <mxGeometry x="-640" y="1350" width="390" height="70" as="geometry" />
        </mxCell>
        <mxCell id="9eajPwNtl0Yfan4dj0gk-2" value="&lt;div&gt;Parse C/C++ test descriptions to SDoc&lt;/div&gt;" style="text;html=1;align=center;verticalAlign=middle;whiteSpace=wrap;rounded=0;fontStyle=0;fontSize=16;fillColor=#d5e8d4;strokeColor=#82b366;" parent="5Hoejhb2v4ojji3GJ6aL-5" vertex="1">
          <mxGeometry x="-450" y="900" width="200" height="70" as="geometry" />
        </mxCell>
        <mxCell id="9eajPwNtl0Yfan4dj0gk-3" value="Migration: [SECTION] -&amp;gt; [[SECTION]]" style="text;html=1;align=center;verticalAlign=middle;whiteSpace=wrap;rounded=0;fontStyle=0;fontSize=16;fillColor=#d5e8d4;strokeColor=#82b366;" parent="5Hoejhb2v4ojji3GJ6aL-5" vertex="1">
          <mxGeometry x="-590" y="990" width="240" height="70" as="geometry" />
        </mxCell>
        <mxCell id="9eajPwNtl0Yfan4dj0gk-4" value="Robot XML -&amp;gt; SDoc test report generator" style="text;html=1;align=center;verticalAlign=middle;whiteSpace=wrap;rounded=0;fontStyle=0;fontSize=16;fillColor=#d5e8d4;strokeColor=#82b366;" parent="5Hoejhb2v4ojji3GJ6aL-5" vertex="1">
          <mxGeometry x="-600" y="1260" width="170" height="70" as="geometry" />
        </mxCell>
        <mxCell id="9eajPwNtl0Yfan4dj0gk-6" value="UI: SingleChoice autocompletion" style="text;html=1;align=center;verticalAlign=middle;whiteSpace=wrap;rounded=0;fontStyle=0;fontSize=16;fillColor=#d5e8d4;strokeColor=#82b366;" parent="5Hoejhb2v4ojji3GJ6aL-5" vertex="1">
          <mxGeometry x="-690" y="1080" width="110" height="70" as="geometry" />
        </mxCell>
        <mxCell id="9eajPwNtl0Yfan4dj0gk-7" value="UI: MultipleChoice and Tag autocompletion" style="text;html=1;align=center;verticalAlign=middle;whiteSpace=wrap;rounded=0;fontStyle=0;fontSize=16;fillColor=#d5e8d4;strokeColor=#82b366;" parent="5Hoejhb2v4ojji3GJ6aL-5" vertex="1">
          <mxGeometry x="-560" y="1080" width="130" height="70" as="geometry" />
        </mxCell>
        <mxCell id="XZVLoPHtazhiIntYqJm0-1" value="&lt;div&gt;StrictDoc qualification:&lt;/div&gt;&lt;div&gt;Increasing branch code coverage from 95%, add traces between L2 and source code&lt;/div&gt;" style="text;html=1;strokeColor=#82b366;fillColor=#d5e8d4;align=center;verticalAlign=middle;whiteSpace=wrap;rounded=0;fontStyle=0;fontSize=16;" parent="5Hoejhb2v4ojji3GJ6aL-5" vertex="1">
          <mxGeometry x="-230" y="1350" width="460" height="70" as="geometry" />
        </mxCell>
        <mxCell id="XZVLoPHtazhiIntYqJm0-2" value="&lt;div&gt;Stabilization 2025 Q3: improvements in parallelization,&lt;/div&gt;&lt;div&gt;Mypy fixes, more robust testing of HTTP 200/304, improved exception handling (removing all sys.exit(1)), --debug option&lt;/div&gt;" style="text;html=1;strokeColor=#82b366;fillColor=#d5e8d4;align=center;verticalAlign=middle;whiteSpace=wrap;rounded=0;fontStyle=0;fontSize=16;" parent="5Hoejhb2v4ojji3GJ6aL-5" vertex="1">
          <mxGeometry x="-230" y="1440" width="460" height="70" as="geometry" />
        </mxCell>
        <mxCell id="DQXxV1SDU7K0vNSEASJG-1" value="Make ReqIF export XSD-compliant" style="text;html=1;align=center;verticalAlign=middle;whiteSpace=wrap;rounded=0;fontStyle=0;fontSize=16;fillColor=#d5e8d4;strokeColor=#82b366;" parent="5Hoejhb2v4ojji3GJ6aL-5" vertex="1">
          <mxGeometry x="-190" y="900" width="90" height="70" as="geometry" />
        </mxCell>
        <mxCell id="DQXxV1SDU7K0vNSEASJG-2" value="Initial OSLC interface" style="text;html=1;align=center;verticalAlign=middle;whiteSpace=wrap;rounded=0;fontStyle=0;fontSize=16;fillColor=#d5e8d4;strokeColor=#82b366;" parent="5Hoejhb2v4ojji3GJ6aL-5" vertex="1">
          <mxGeometry x="-200" y="1080" width="60" height="70" as="geometry" />
        </mxCell>
        <mxCell id="DQXxV1SDU7K0vNSEASJG-3" value="Sphinx-style math syntax" style="text;html=1;align=center;verticalAlign=middle;whiteSpace=wrap;rounded=0;fontStyle=0;fontSize=16;fillColor=#d5e8d4;strokeColor=#82b366;" parent="5Hoejhb2v4ojji3GJ6aL-5" vertex="1">
          <mxGeometry x="-210" y="1170" width="60" height="70" as="geometry" />
        </mxCell>
        <mxCell id="wGlYDuHkOPJJRXAxA-xv-1" value="Custom project statistics" style="text;html=1;align=center;verticalAlign=middle;whiteSpace=wrap;rounded=0;fontStyle=0;fontSize=16;fillColor=#d5e8d4;strokeColor=#82b366;" parent="5Hoejhb2v4ojji3GJ6aL-5" vertex="1">
          <mxGeometry x="-140" y="990" width="60" height="70" as="geometry" />
        </mxCell>
        <mxCell id="bVY8XDDc22kfF-ngX7oV-1" value="Static HTML search" style="text;html=1;align=center;verticalAlign=middle;whiteSpace=wrap;rounded=0;fontStyle=0;fontSize=16;fillColor=#d5e8d4;strokeColor=#82b366;" parent="5Hoejhb2v4ojji3GJ6aL-5" vertex="1">
          <mxGeometry x="-30" y="900" width="110" height="70" as="geometry" />
        </mxCell>
        <mxCell id="bVY8XDDc22kfF-ngX7oV-2" value="Testing StrictDoc with large trees (100+ docs)" style="text;html=1;align=center;verticalAlign=middle;whiteSpace=wrap;rounded=0;fontStyle=0;fontSize=16;fillColor=#d5e8d4;strokeColor=#82b366;" parent="5Hoejhb2v4ojji3GJ6aL-5" vertex="1">
          <mxGeometry x="-60" y="990" width="290" height="70" as="geometry" />
        </mxCell>
        <mxCell id="bVY8XDDc22kfF-ngX7oV-3" value="&lt;div&gt;Import ECSS EARM&lt;/div&gt;&lt;div&gt;(space standards&lt;/div&gt;" style="text;html=1;align=center;verticalAlign=middle;whiteSpace=wrap;rounded=0;fontStyle=0;fontSize=16;fillColor=#d5e8d4;strokeColor=#82b366;" parent="5Hoejhb2v4ojji3GJ6aL-5" vertex="1">
          <mxGeometry x="-89" y="1080" width="99" height="70" as="geometry" />
        </mxCell>
        <mxCell id="qf8SZqOVw3G4KriSUUQf-1" value="HTML2PDF strict mode" style="text;html=1;align=center;verticalAlign=middle;whiteSpace=wrap;rounded=0;fontStyle=0;fontSize=16;fillColor=#d5e8d4;strokeColor=#82b366;" parent="5Hoejhb2v4ojji3GJ6aL-5" vertex="1">
          <mxGeometry x="39" y="1170" width="80" height="70" as="geometry" />
        </mxCell>
        <mxCell id="hAngQm-B19KVU63WBlpS-1" value="Tree map visualization" style="text;html=1;align=center;verticalAlign=middle;whiteSpace=wrap;rounded=0;fontStyle=0;fontSize=16;fillColor=#d5e8d4;strokeColor=#82b366;" parent="5Hoejhb2v4ojji3GJ6aL-5" vertex="1">
          <mxGeometry x="140" y="900" width="100" height="70" as="geometry" />
        </mxCell>
        <mxCell id="hAngQm-B19KVU63WBlpS-2" value="&lt;div&gt;Support parsing Ada source code&lt;/div&gt;(tree-sitter-ada)" style="text;html=1;align=center;verticalAlign=middle;whiteSpace=wrap;rounded=0;fontStyle=0;fontSize=16;fillColor=#d5e8d4;strokeColor=#82b366;" parent="5Hoejhb2v4ojji3GJ6aL-5" vertex="1">
          <mxGeometry x="-180" y="1260" width="130" height="70" as="geometry" />
        </mxCell>
        <mxCell id="CJRkyjP5KVGCwtUBZvE2-1" value="HTML2PDF more layout tests" style="text;html=1;align=center;verticalAlign=middle;whiteSpace=wrap;rounded=0;fontStyle=0;fontSize=16;fillColor=#d5e8d4;strokeColor=#82b366;" parent="5Hoejhb2v4ojji3GJ6aL-5" vertex="1">
          <mxGeometry x="129" y="1170" width="401" height="70" as="geometry" />
        </mxCell>
        <mxCell id="CJRkyjP5KVGCwtUBZvE2-2" value="&lt;div&gt;StrictDoc qualification:&lt;/div&gt;&lt;div&gt;Increasing branch code coverage from 97%,&lt;/div&gt;&lt;div&gt;add traces between L2 and source code&lt;/div&gt;" style="text;html=1;strokeColor=#82b366;fillColor=#d5e8d4;align=center;verticalAlign=middle;whiteSpace=wrap;rounded=0;fontStyle=0;fontSize=16;" parent="5Hoejhb2v4ojji3GJ6aL-5" vertex="1">
          <mxGeometry x="250" y="1350" width="460" height="70" as="geometry" />
        </mxCell>
        <mxCell id="CJRkyjP5KVGCwtUBZvE2-3" value="&lt;div&gt;Stabilization 2025 Q4: HTML2PDF fixes for bundle documents, download PDF with document file name, linting of Conventional Commits, major CLI refactoring into Command pattern, basic direnv&lt;/div&gt;" style="text;html=1;strokeColor=#82b366;fillColor=#d5e8d4;align=center;verticalAlign=middle;whiteSpace=wrap;rounded=0;fontStyle=0;fontSize=16;" parent="5Hoejhb2v4ojji3GJ6aL-5" vertex="1">
          <mxGeometry x="250" y="1440" width="460" height="70" as="geometry" />
        </mxCell>
        <mxCell id="eRPcp-Zo6v9222eVP6_e-1" value="&lt;div&gt;StrictDoc configuration with a Python file (strictdoc_config.py&lt;/div&gt;" style="text;html=1;align=center;verticalAlign=middle;whiteSpace=wrap;rounded=0;fontStyle=0;fontSize=16;fillColor=#d5e8d4;strokeColor=#82b366;" parent="5Hoejhb2v4ojji3GJ6aL-5" vertex="1">
          <mxGeometry x="180" y="1080" width="140" height="70" as="geometry" />
        </mxCell>
        <mxCell id="eRPcp-Zo6v9222eVP6_e-2" value="&lt;div&gt;Reading SDoc nodes from source files — Further work driven by Linux Kernel Requirements Template proposal&lt;/div&gt;" style="text;html=1;align=center;verticalAlign=middle;whiteSpace=wrap;rounded=0;fontStyle=0;fontSize=16;fillColor=#d5e8d4;strokeColor=#82b366;" parent="5Hoejhb2v4ojji3GJ6aL-5" vertex="1">
          <mxGeometry x="240" y="1260" width="300" height="70" as="geometry" />
        </mxCell>
        <mxCell id="2Au77a0Va1j8vjX5-GUo-1" value="Diff: Included documents" style="text;html=1;align=center;verticalAlign=middle;whiteSpace=wrap;rounded=0;fontStyle=0;fontSize=16;fillColor=#d5e8d4;strokeColor=#82b366;" parent="5Hoejhb2v4ojji3GJ6aL-5" vertex="1">
          <mxGeometry x="310" y="990" width="70" height="70" as="geometry" />
        </mxCell>
        <mxCell id="OCJ0sT8p7vvNHOtbERSk-1" value="Linking nodes via MID instead of UID" style="text;html=1;align=center;verticalAlign=middle;whiteSpace=wrap;rounded=0;fontStyle=0;fontSize=16;fillColor=#d5e8d4;strokeColor=#82b366;" parent="5Hoejhb2v4ojji3GJ6aL-5" vertex="1">
          <mxGeometry x="470" y="900" width="90" height="70" as="geometry" />
        </mxCell>
        <mxCell id="N9cUJzr8JpDOqpJWMLWi-1" value="&lt;div&gt;&lt;font style=&quot;color: rgb(0, 0, 0);&quot;&gt;Support parsing Rust source code&lt;/font&gt;&lt;/div&gt;&lt;font style=&quot;color: rgb(0, 0, 0);&quot;&gt;(StrictDoc parser)&lt;/font&gt;" style="text;html=1;align=center;verticalAlign=middle;whiteSpace=wrap;rounded=0;fontStyle=0;fontSize=16;fillColor=#d5e8d4;strokeColor=#82b366;" parent="5Hoejhb2v4ojji3GJ6aL-5" vertex="1">
          <mxGeometry x="500" y="990" width="470" height="70" as="geometry" />
        </mxCell>
        <mxCell id="N9cUJzr8JpDOqpJWMLWi-2" value="&lt;div&gt;HTML2PDF linear&amp;nbsp;&lt;/div&gt;&lt;div&gt;mutation test&lt;/div&gt;" style="text;html=1;align=center;verticalAlign=middle;whiteSpace=wrap;rounded=0;fontStyle=0;fontSize=16;fillColor=#d5e8d4;strokeColor=#82b366;" parent="5Hoejhb2v4ojji3GJ6aL-5" vertex="1">
          <mxGeometry x="540" y="1170" width="140" height="70" as="geometry" />
        </mxCell>
        <mxCell id="qJYqoqn38ZtzMwR7RZV4-1" value="RST&amp;nbsp;&lt;div&gt;code block syntax highlighting&lt;/div&gt;" style="text;html=1;align=center;verticalAlign=middle;whiteSpace=wrap;rounded=0;fontStyle=0;fontSize=16;fillColor=#d5e8d4;strokeColor=#82b366;" parent="5Hoejhb2v4ojji3GJ6aL-5" vertex="1">
          <mxGeometry x="610" y="900" width="80" height="70" as="geometry" />
        </mxCell>
        <mxCell id="UIBK7DAsS_p9NtYpbiHR-1" value="&lt;div&gt;Node forced page breaks&lt;/div&gt;" style="text;html=1;align=center;verticalAlign=middle;whiteSpace=wrap;rounded=0;fontStyle=0;fontSize=16;fillColor=#d5e8d4;strokeColor=#82b366;" parent="5Hoejhb2v4ojji3GJ6aL-5" vertex="1">
          <mxGeometry x="690" y="1170" width="70" height="70" as="geometry" />
        </mxCell>
        <mxCell id="UIBK7DAsS_p9NtYpbiHR-2" value="Grammar aliases" style="text;html=1;align=center;verticalAlign=middle;whiteSpace=wrap;rounded=0;fontStyle=0;fontSize=16;fillColor=#d5e8d4;strokeColor=#82b366;" parent="5Hoejhb2v4ojji3GJ6aL-5" vertex="1">
          <mxGeometry x="630" y="1080" width="60" height="70" as="geometry" />
        </mxCell>
        <mxCell id="UIBK7DAsS_p9NtYpbiHR-3" value="Take into account .gitignore" style="text;html=1;align=center;verticalAlign=middle;whiteSpace=wrap;rounded=0;fontStyle=0;fontSize=16;fillColor=#d5e8d4;strokeColor=#82b366;" parent="5Hoejhb2v4ojji3GJ6aL-5" vertex="1">
          <mxGeometry x="700" y="1080" width="60" height="70" as="geometry" />
        </mxCell>
        <mxCell id="UIBK7DAsS_p9NtYpbiHR-4" value="&lt;div&gt;Stabilization 2026 Q1: Python 3.14 changes, drop Python 3.9, testing out various html2pdf4doc corner cases&lt;/div&gt;" style="text;html=1;strokeColor=#82b366;fillColor=#d5e8d4;align=center;verticalAlign=middle;whiteSpace=wrap;rounded=0;fontStyle=0;fontSize=16;" parent="5Hoejhb2v4ojji3GJ6aL-5" vertex="1">
          <mxGeometry x="730" y="1440" width="460" height="70" as="geometry" />
        </mxCell>
        <mxCell id="UIBK7DAsS_p9NtYpbiHR-5" value="&lt;div&gt;Python API example&lt;/div&gt;" style="text;html=1;align=center;verticalAlign=middle;whiteSpace=wrap;rounded=0;fontStyle=0;fontSize=16;fillColor=#d5e8d4;strokeColor=#82b366;" parent="5Hoejhb2v4ojji3GJ6aL-5" vertex="1">
          <mxGeometry x="730" y="1260" width="60" height="70" as="geometry" />
        </mxCell>
        <mxCell id="QXMQ5QSOgz17hu6IqZ7S-1" value="&lt;div&gt;Project Config&lt;/div&gt;&lt;div&gt;re-design&lt;/div&gt;" style="text;html=1;align=center;verticalAlign=middle;whiteSpace=wrap;rounded=0;fontStyle=0;fontSize=16;fillColor=#d5e8d4;strokeColor=#82b366;" parent="5Hoejhb2v4ojji3GJ6aL-5" vertex="1">
          <mxGeometry x="790" y="1260" width="60" height="70" as="geometry" />
        </mxCell>
        <mxCell id="RSrML0RW6xnv4YvW7EgN-1" value="&lt;div&gt;Make FastAPI routes ready for concurrent use by multiple users&lt;/div&gt;" style="text;html=1;align=center;verticalAlign=middle;whiteSpace=wrap;rounded=0;fontStyle=0;fontSize=16;fillColor=#d5e8d4;strokeColor=#82b366;" parent="5Hoejhb2v4ojji3GJ6aL-5" vertex="1">
          <mxGeometry x="830" y="900" width="360" height="70" as="geometry" />
        </mxCell>
        <mxCell id="i9ebHU4jXC01XqZ85zlA-1" value="&lt;div&gt;Initial Markdown support&lt;/div&gt;" style="text;html=1;align=center;verticalAlign=middle;whiteSpace=wrap;rounded=0;fontStyle=0;fontSize=16;fillColor=#d5e8d4;strokeColor=#82b366;" parent="5Hoejhb2v4ojji3GJ6aL-5" vertex="1">
          <mxGeometry x="1010" y="1080" width="120" height="70" as="geometry" />
        </mxCell>
        <mxCell id="9iJkdfeWUvHY5kI_EfWC-1" value="&lt;div&gt;Static HTML search on server&lt;/div&gt;" style="text;html=1;align=center;verticalAlign=middle;whiteSpace=wrap;rounded=0;fontStyle=0;fontSize=16;fillColor=#d5e8d4;strokeColor=#82b366;" parent="5Hoejhb2v4ojji3GJ6aL-5" vertex="1">
          <mxGeometry x="920" y="1170" width="210" height="70" as="geometry" />
        </mxCell>
        <mxCell id="3zg7_a4Cr1-tkNY---Zh-1" value="&lt;div&gt;HTML2PDF cross-document links&lt;/div&gt;" style="text;html=1;align=center;verticalAlign=middle;whiteSpace=wrap;rounded=0;fontStyle=0;fontSize=16;fillColor=#d5e8d4;strokeColor=#82b366;" parent="5Hoejhb2v4ojji3GJ6aL-5" vertex="1">
          <mxGeometry x="1070" y="990" width="80" height="70" as="geometry" />
        </mxCell>
        <mxCell id="3zg7_a4Cr1-tkNY---Zh-2" value="&lt;div&gt;Markdown — Relations syntax improvements&lt;/div&gt;" style="text;html=1;align=center;verticalAlign=middle;whiteSpace=wrap;rounded=0;fontStyle=0;fontSize=16;fillColor=#d5e8d4;strokeColor=#82b366;" parent="5Hoejhb2v4ojji3GJ6aL-5" vertex="1">
          <mxGeometry x="1210" y="1080" width="310" height="70" as="geometry" />
        </mxCell>
-         <mxCell id="NG1bawOdFmVwRv8Im0xz-1" value="&lt;div&gt;Stabilization 2026 Q2:&amp;nbsp;&lt;span style=&quot;background-color: transparent; color: light-dark(rgb(0, 0, 0), rgb(255, 255, 255));&quot;&gt;Remove language aware parsers feature option (now default), features/ migration, remove RAPIDOC feature, remove most of strictdoc.toml files&lt;/span&gt;&lt;/div&gt;" style="text;html=1;strokeColor=#d6b656;fillColor=#fff2cc;align=center;verticalAlign=middle;whiteSpace=wrap;rounded=0;fontStyle=0;fontSize=16;" parent="5Hoejhb2v4ojji3GJ6aL-5" vertex="1">
+         <mxCell id="NG1bawOdFmVwRv8Im0xz-1" value="&lt;div&gt;Stabilization 2026 Q2:&amp;nbsp;&lt;span style=&quot;background-color: transparent; color: light-dark(rgb(0, 0, 0), rgb(255, 255, 255));&quot;&gt;Remove language aware parsers feature option (now default), features/ migration, remove RAPIDOC feature, remove most of strictdoc.toml files&lt;/span&gt;&lt;/div&gt;" style="text;html=1;strokeColor=#82b366;fillColor=#d5e8d4;align=center;verticalAlign=middle;whiteSpace=wrap;rounded=0;fontStyle=0;fontSize=16;" parent="5Hoejhb2v4ojji3GJ6aL-5" vertex="1">
          <mxGeometry x="1210" y="1440" width="460" height="70" as="geometry" />
        </mxCell>
        <mxCell id="NG1bawOdFmVwRv8Im0xz-2" value="&lt;div&gt;Drag-and-drop image upload&lt;/div&gt;" style="text;html=1;align=center;verticalAlign=middle;whiteSpace=wrap;rounded=0;fontStyle=0;fontSize=16;fillColor=#fff2cc;strokeColor=#d6b656;" parent="5Hoejhb2v4ojji3GJ6aL-5" vertex="1">
-           <mxGeometry x="1130" y="1260" width="540" height="70" as="geometry" />
+           <mxGeometry x="1130" y="1260" width="700" height="70" as="geometry" />
        </mxCell>
        <mxCell id="RImopIBfapGW27McXgfb-1" value="&lt;div&gt;Single- vs multiline field issues&lt;/div&gt;" style="text;html=1;align=center;verticalAlign=middle;whiteSpace=wrap;rounded=0;fontStyle=0;fontSize=16;fillColor=#d5e8d4;strokeColor=#82b366;" parent="5Hoejhb2v4ojji3GJ6aL-5" vertex="1">
          <mxGeometry x="1360" y="990" width="80" height="70" as="geometry" />
        </mxCell>
        <mxCell id="RImopIBfapGW27McXgfb-2" value="&lt;div&gt;Tree Map screen improvements&lt;/div&gt;" style="text;html=1;align=center;verticalAlign=middle;whiteSpace=wrap;rounded=0;fontStyle=0;fontSize=16;fillColor=#d5e8d4;strokeColor=#82b366;" parent="5Hoejhb2v4ojji3GJ6aL-5" vertex="1">
          <mxGeometry x="1280" y="900" width="80" height="70" as="geometry" />
        </mxCell>
        <mxCell id="RImopIBfapGW27McXgfb-3" value="&lt;div&gt;WHAT-WHY-HOW tutorial&lt;/div&gt;" style="text;html=1;align=center;verticalAlign=middle;whiteSpace=wrap;rounded=0;fontStyle=0;fontSize=16;fillColor=#d5e8d4;strokeColor=#82b366;" parent="5Hoejhb2v4ojji3GJ6aL-5" vertex="1">
          <mxGeometry x="960" y="1350" width="400" height="70" as="geometry" />
        </mxCell>
        <mxCell id="RImopIBfapGW27McXgfb-4" value="&lt;div&gt;C reader: recognize selected C macros&lt;/div&gt;" style="text;html=1;align=center;verticalAlign=middle;whiteSpace=wrap;rounded=0;fontStyle=0;fontSize=16;fillColor=#d5e8d4;strokeColor=#82b366;" parent="5Hoejhb2v4ojji3GJ6aL-5" vertex="1">
          <mxGeometry x="1370" y="900" width="80" height="70" as="geometry" />
        </mxCell>
-         <mxCell id="S7qylqRdD8e5_p44ZXv2-1" value="&lt;div&gt;Table screen: Content filters and content editing&lt;/div&gt;" style="text;html=1;align=center;verticalAlign=middle;whiteSpace=wrap;rounded=0;fontStyle=0;fontSize=16;fillColor=#fff2cc;strokeColor=#d6b656;" parent="5Hoejhb2v4ojji3GJ6aL-5" vertex="1">
+         <mxCell id="S7qylqRdD8e5_p44ZXv2-1" value="&lt;div&gt;Table screen: Content filters and content editing&lt;/div&gt;" style="text;html=1;align=center;verticalAlign=middle;whiteSpace=wrap;rounded=0;fontStyle=0;fontSize=16;fillColor=#d5e8d4;strokeColor=#82b366;" parent="5Hoejhb2v4ojji3GJ6aL-5" vertex="1">
          <mxGeometry x="1460" y="900" width="230" height="70" as="geometry" />
        </mxCell>
        <mxCell id="m9XbbClwqRoo2d-S99YS-1" value="&lt;div&gt;Editable web: Readonly content for autogen fields&lt;/div&gt;" style="text;html=1;align=center;verticalAlign=middle;whiteSpace=wrap;rounded=0;fontStyle=0;fontSize=16;fillColor=#fff2cc;strokeColor=#d6b656;" parent="5Hoejhb2v4ojji3GJ6aL-5" vertex="1">
-           <mxGeometry x="1510" y="990" width="160" height="70" as="geometry" />
+           <mxGeometry x="1510" y="990" width="330" height="70" as="geometry" />
        </mxCell>
        <mxCell id="m9XbbClwqRoo2d-S99YS-2" value="&lt;div&gt;TK-based launcher GUI&lt;/div&gt;" style="text;html=1;align=center;verticalAlign=middle;whiteSpace=wrap;rounded=0;fontStyle=0;fontSize=16;fillColor=#d5e8d4;strokeColor=#82b366;" parent="5Hoejhb2v4ojji3GJ6aL-5" vertex="1">
          <mxGeometry x="1220" y="1170" width="280" height="70" as="geometry" />
        </mxCell>
        <mxCell id="5BSNgzyTaPeLpsCE4vZA-1" value="Rust&#39;s cargo-nextest JUnit XML" style="text;html=1;align=center;verticalAlign=middle;whiteSpace=wrap;rounded=0;fontStyle=0;fontSize=16;fillColor=#d5e8d4;strokeColor=#82b366;" parent="5Hoejhb2v4ojji3GJ6aL-5" vertex="1">
          <mxGeometry x="1520" y="1170" width="80" height="70" as="geometry" />
        </mxCell>
-         <mxCell id="avZaHCUyBh2S1JCu4Szq-1" value="&lt;div&gt;Markdown:&lt;/div&gt;&lt;div&gt;&lt;span style=&quot;background-color: transparent; color: light-dark(rgb(0, 0, 0), rgb(255, 255, 255));&quot;&gt;Grammar, LINK/ANCHOR, parsing corner cases&lt;/span&gt;&lt;/div&gt;" style="text;html=1;align=center;verticalAlign=middle;whiteSpace=wrap;rounded=0;fontStyle=0;fontSize=16;fillColor=#d5e8d4;strokeColor=#82b366;" vertex="1" parent="5Hoejhb2v4ojji3GJ6aL-5">
-           <mxGeometry x="1520" y="1080" width="160" height="70" as="geometry" />
+         <mxCell id="avZaHCUyBh2S1JCu4Szq-1" value="&lt;div&gt;Markdown:&lt;/div&gt;&lt;div&gt;&lt;span style=&quot;background-color: transparent; color: light-dark(rgb(0, 0, 0), rgb(255, 255, 255));&quot;&gt;Grammar, LINK/ANCHOR, parsing corner cases&lt;/span&gt;&lt;/div&gt;" style="text;html=1;align=center;verticalAlign=middle;whiteSpace=wrap;rounded=0;fontStyle=0;fontSize=16;fillColor=#d5e8d4;strokeColor=#82b366;" parent="5Hoejhb2v4ojji3GJ6aL-5" vertex="1">
+           <mxGeometry x="1520" y="1080" width="220" height="70" as="geometry" />
+         </mxCell>
+         <mxCell id="rtCiIeL7m7KNmv-1_1vX-1" value="&lt;div&gt;Stabilization 2026 Q3&lt;/div&gt;" style="text;html=1;strokeColor=#d6b656;fillColor=#fff2cc;align=center;verticalAlign=middle;whiteSpace=wrap;rounded=0;fontStyle=0;fontSize=16;" vertex="1" parent="5Hoejhb2v4ojji3GJ6aL-5">
+           <mxGeometry x="1690" y="1440" width="460" height="70" as="geometry" />
+         </mxCell>
+         <mxCell id="rtCiIeL7m7KNmv-1_1vX-2" value="&lt;div&gt;Build documentation with unresolved relations&lt;/div&gt;" style="text;html=1;align=center;verticalAlign=middle;whiteSpace=wrap;rounded=0;fontStyle=0;fontSize=16;fillColor=#fff2cc;strokeColor=#d6b656;" vertex="1" parent="5Hoejhb2v4ojji3GJ6aL-5">
+           <mxGeometry x="1610" y="1170" width="220" height="70" as="geometry" />
+         </mxCell>
+         <mxCell id="rtCiIeL7m7KNmv-1_1vX-4" value="&lt;div&gt;Editing very large documentation trees&lt;/div&gt;" style="text;html=1;align=center;verticalAlign=middle;whiteSpace=wrap;rounded=0;fontStyle=0;fontSize=16;fillColor=#fff2cc;strokeColor=#d6b656;" vertex="1" parent="5Hoejhb2v4ojji3GJ6aL-5">
+           <mxGeometry x="1530" y="1350" width="460" height="70" as="geometry" />
+         </mxCell>
+         <mxCell id="rtCiIeL7m7KNmv-1_1vX-5" value="&lt;div&gt;Committing to Git from UI and resolving conflicts&lt;/div&gt;" style="text;html=1;align=center;verticalAlign=middle;whiteSpace=wrap;rounded=0;fontStyle=0;fontSize=16;fillColor=#f5f5f5;strokeColor=#666666;fontColor=#333333;" vertex="1" parent="5Hoejhb2v4ojji3GJ6aL-5">
+           <mxGeometry x="1930" y="900" width="460" height="70" as="geometry" />
+         </mxCell>
+         <mxCell id="rtCiIeL7m7KNmv-1_1vX-6" value="&lt;div&gt;Read/write SPDX JSON-LD&lt;/div&gt;" style="text;html=1;align=center;verticalAlign=middle;whiteSpace=wrap;rounded=0;fontStyle=0;fontSize=16;fillColor=#f5f5f5;strokeColor=#666666;fontColor=#333333;" vertex="1" parent="5Hoejhb2v4ojji3GJ6aL-5">
+           <mxGeometry x="2010" y="990" width="460" height="70" as="geometry" />
        </mxCell>
      </root>
    </mxGraphModel>
  </diagram>
</mxfile>
